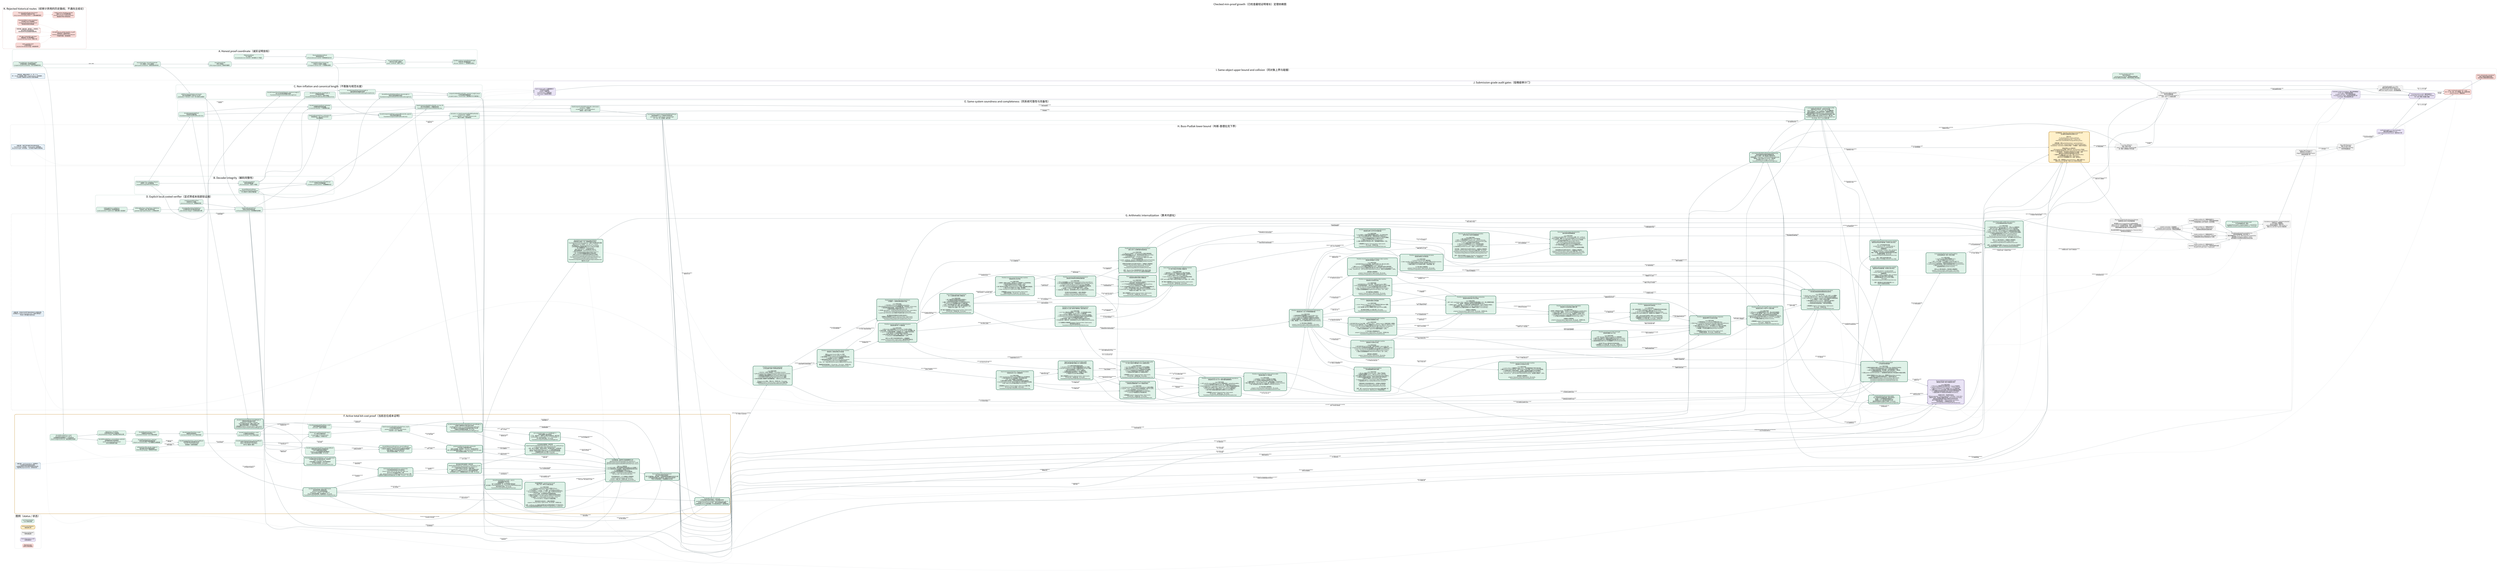
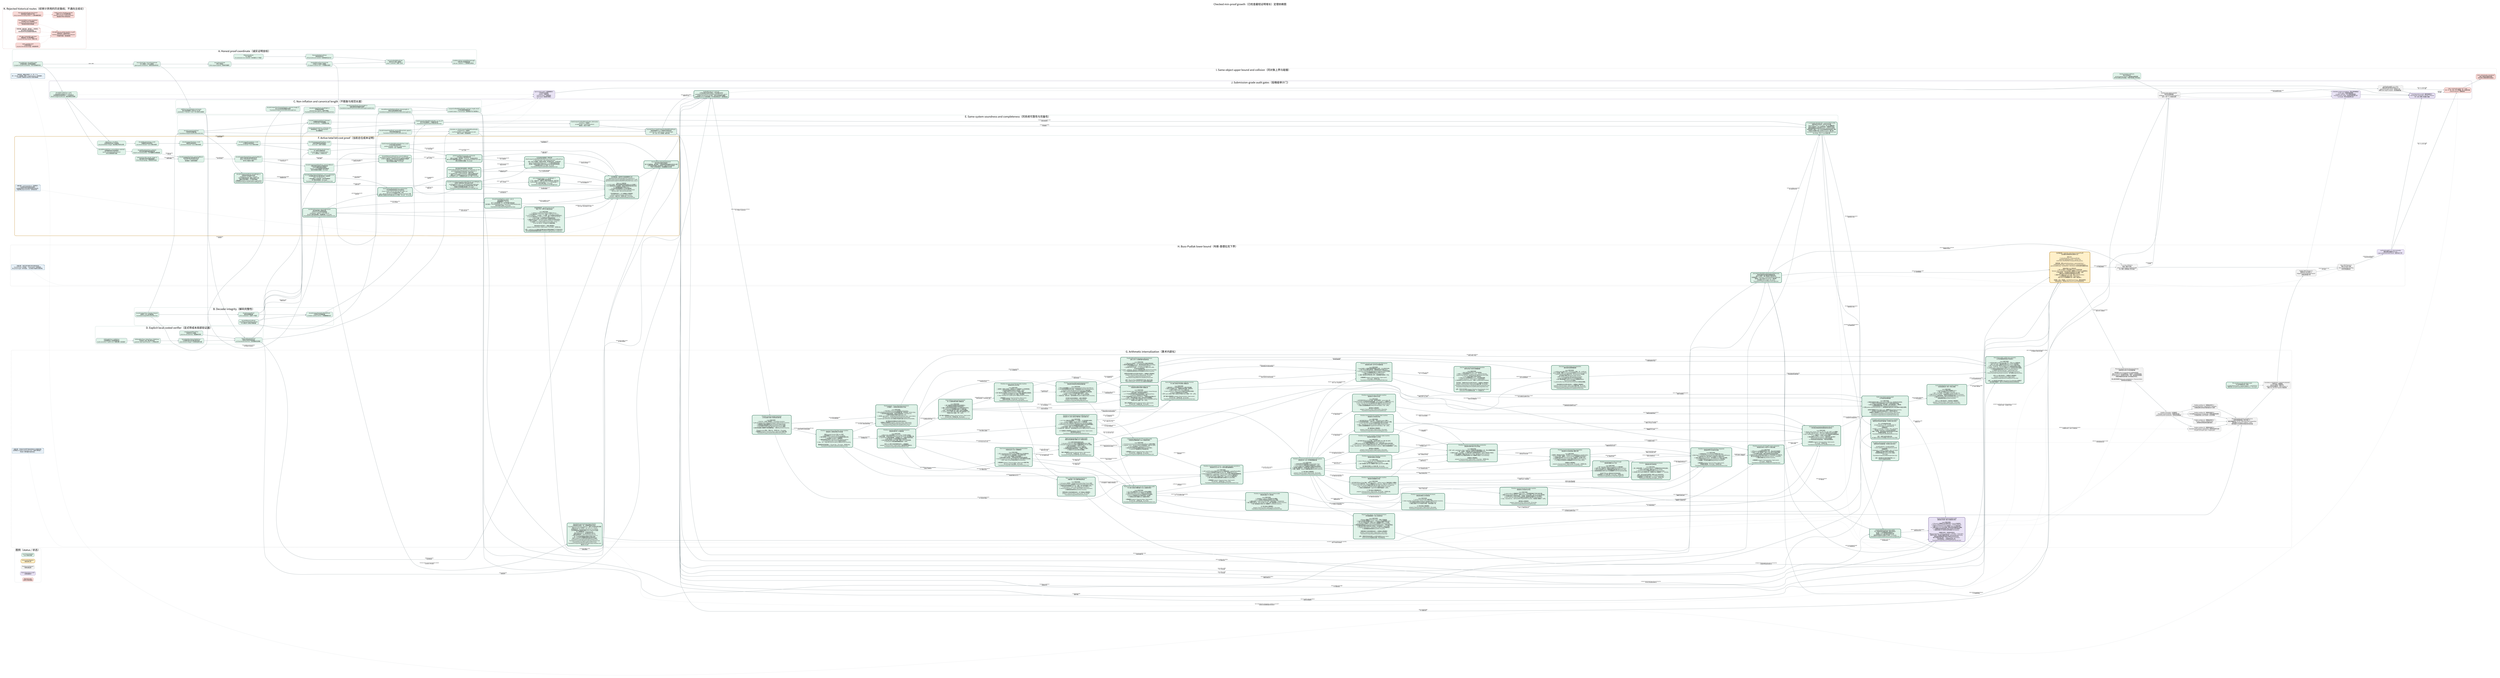
digraph CheckedMinProofDependencies {
  graph [
    rankdir=LR,
    bgcolor="white",
    compound=true,
    newrank=true,
    pad="0.35",
    nodesep="0.30",
    ranksep="0.62",
    fontname="Noto Sans CJK SC",
    fontsize=24,
    label="Checked min-proof growth（已检查最短证明增长）定理依赖图",
    labelloc="t",
    labeljust="c"
  ];
  node [
    shape=box,
    style="rounded,filled",
    fontname="Noto Sans CJK SC",
    fontsize=10.5,
    color="#526d75",
    fillcolor="#eef3f4",
    margin="0.14,0.09",
    penwidth=1.2
  ];
  edge [
    fontname="Noto Sans CJK SC",
    fontsize=8.5,
    color="#65777d",
    arrowsize=0.68,
    penwidth=1.05
  ];

  subgraph cluster_legend {
    label="图例（status / 状态）";
    color="#c8d1d4";
    style="rounded";
    done [label="Lean kernel checked\nLean 内核已检查", fillcolor="#dff2e8", color="#3f7c66"];
    active [label="Active proof obligation\n当前证明义务", fillcolor="#fff0c9", color="#b37a12", penwidth=2.2];
    pending [label="Pending root theorem\n待闭合根定理", fillcolor="#f3f3f3", color="#777777", style="rounded,filled,dashed"];
    audit [label="Axiom/dependency audit\n公理/依赖审计", fillcolor="#e9e3f5", color="#76639a"];
    rejected [label="Rejected route\n经审计弃用的路线", fillcolor="#f8d9d6", color="#a8443d", style="rounded,filled,dashed"];
  }

  subgraph cluster_coordinate {
    label="A. Honest proof coordinate（诚实证明坐标）";
    color="#8fb7aa";
    style="rounded";

    natcode [label="binaryNatCode / decodeBinaryNat\n自然数前缀码 / 自然数前缀解码\nescaped-bit prefix serialization（转义位前缀序列化）", fillcolor="#dff2e8"];
    syntaxcode [label="binaryTermCode + binaryFormulaCode\n项二进制码 + 公式二进制码\ntyped syntax serialization（类型化语法序列化）", fillcolor="#dff2e8"];
    sequentcode [label="binarySequentCode\n序列二进制码\nfinite sequent payload（有限序列载荷）", fillcolor="#dff2e8"];
    prooftree [label="CheckedPAProofTree.binaryCode\n已检查 PA 证明树二进制码\n10 sequent-calculus rules（十条相继式规则）", fillcolor="#dff2e8"];
    axiomcert [label="PAAxiomCertificate\nPA 公理证书\n23 constructors incl. induction（含归纳的 23 个构造）", fillcolor="#dff2e8"];
    structcert [label="StructuralValidityCertificate\n结构有效性证书\nall local witnesses counted（全部局部见证计长）", fillcolor="#dff2e8"];
    certifiedcode [label="binaryCertifiedPAProofCode\n带证书 PA 证明二进制码\nproof + certificate（证明 + 证书）", fillcolor="#dff2e8"];
    packedcode [label="packBinaryString / packedPayloadLength\n位串打包 / 有效载荷长度\nNat.size = payload + 1（自然数位长等式）", fillcolor="#dff2e8"];

    natcode -> syntaxcode [label="labels / 标签"];
    syntaxcode -> sequentcode;
    sequentcode -> prooftree;
    axiomcert -> structcert;
    prooftree -> certifiedcode;
    structcert -> certifiedcode;
    certifiedcode -> packedcode;
  }

  subgraph cluster_decoder {
    label="B. Decoder integrity（解码完整性）";
    color="#8fb7aa";
    style="rounded";

    typeddecoder [label="decodeCompactTerm / Formula / Sequent\n紧凑项 / 公式 / 序列解码器\nFoundationCompactPAProofVerifier.lean", fillcolor="#dff2e8"];
    proofdecoder [label="decodeCompactProof\n紧凑证明树解码器\nall 10 constructors（全部十个构造）", fillcolor="#dff2e8"];
    certdecoder [label="decodePAAxiomCertificate\ndecodeStructuralValidityCertificate\nPA 公理证书 / 结构证书解码器", fillcolor="#dff2e8"];
    packeddecoder [label="decodeCompactPackedCertifiedPAProof\n打包带证书证明解码器\nno hidden auxiliary witness（无隐藏辅助见证）", fillcolor="#dff2e8"];

    typeddecoder -> proofdecoder;
    certdecoder -> packeddecoder;
    proofdecoder -> packeddecoder;
  }

  subgraph cluster_size {
    label="C. Non-inflation and canonical length（不膨胀与规范长度）";
    color="#8fb7aa";
    style="rounded";

    structural [label="decodeCompactProof_parseWeight_le\n证明解码结构量界\nstructural non-inflation（结构不膨胀）\nFoundationCompactProofDecoderStructuralBound.lean", fillcolor="#dff2e8"];
    syntaxcanonical [label="decodeCompactTerm/Formula/Sequent_canonical_length_le\n项/公式/序列规范重编码长度界\nFoundationCompactCanonicalDecodeLength.lean", fillcolor="#dff2e8"];
    proofcanonical [label="decodeCompactProof_binaryLength_le\n完整证明树规范重编码长度界\nFoundationCompactProofCanonicalDecodeLengthComplete.lean", fillcolor="#dff2e8"];
    certcanonical [label="decodeStructuralValidityCertificate_binaryLength_le\n结构证书规范重编码长度界\nFoundationCompactCertificateCanonicalDecodeLength.lean", fillcolor="#dff2e8"];
    totalcanonical [label="compactCertifiedPAProofVerifier_canonical_length_bound\n公开验证器规范载荷总界\naccepted output <= honest input（接受输出不长于诚实输入）", fillcolor="#dff2e8"];
    transformsize [label="shift/free/neg/substitution size bounds\n移位/自由变量嵌入/否定/代入大小界\nsubstitution <= formula × term（代入至多公式乘项）", fillcolor="#dff2e8"];

    typeddecoder -> syntaxcanonical;
    proofdecoder -> structural;
    syntaxcanonical -> proofcanonical;
    certdecoder -> certcanonical;
    proofcanonical -> totalcanonical;
    certcanonical -> totalcanonical;
    syntaxcode -> transformsize;
  }

  subgraph cluster_explicit_local {
    label="D. Explicit local costed verifier（显式带成本局部验证器）";
    color="#8fb7aa";
    style="rounded";

    biteq [label="bitStringEqTrace / natEqTrace\n位串相等轨迹 / 自然数相等轨迹\nresult correctness + explicit cost（结果正确 + 显式成本）", fillcolor="#dff2e8"];
    bitset [label="bitStringMemTrace / SubsetTrace / SetEqTrace\n位串成员 / 包含 / 集合等价轨迹\nquadratic-style explicit bounds（二次型显式界）", fillcolor="#dff2e8"];
    formulalist [label="formulaEq/Mem/Subset/SetEqTrace\n公式相等/成员/包含/集合等价轨迹\ncode emission charged（公式码生成已计费）", fillcolor="#dff2e8"];
    listedtree [label="ListedCheckedPAProofTree\n列表序列 PA 证明树\npreserves decoded lists（保留解码列表）", fillcolor="#dff2e8"];
    listedcert [label="listedCertificateValidTrace\n列表证书有效性成本轨迹\nno Finset decide black box（无有限集判定黑箱）", fillcolor="#dff2e8"];

    biteq -> bitset;
    bitset -> formulalist;
    listedtree -> listedcert;
    formulalist -> listedcert;
    transformsize -> listedcert [label="local transforms\n局部变换"];
  }

  subgraph cluster_same_system {
    label="E. Same-system soundness and completeness（同系统可靠性与完备性）";
    color="#8fb7aa";
    style="rounded";

    listdecoder [label="decodeCompactListedProof\n列表保持证明解码器\nFoundationCompactListedProofDecoder.lean", fillcolor="#dff2e8"];
    projection [label="decodeCompactListedProof_toChecked\n列表解码投影到原检查器\n10-rule fuel induction（十规则燃料归纳）", fillcolor="#dff2e8"];
    localiff [label="listedCertificateValidTrace_toChecked_iff\n新局部轨迹 <-> 原 certificateValid\n语义精确等价", fillcolor="#dff2e8"];
    publiciff [label="listedCompactCertifiedPAProofVerifier_eq_true_iff\n新公开验证器接受 <-> 精确检查关系\nFoundationCompactListedCertifiedVerifier.lean", fillcolor="#dff2e8"];
    soundness [label="listedCompactCertifiedPAProofVerifier_toDerivation\nsoundness（可靠性）\naccepted code -> real PA Derivation2\n接受码 -> 真实 PA 推导", fillcolor="#dff2e8"];
    listencoder [label="decodeCompactListedProof_canonicalBinaryCode_append\n列表证明规范编码往返\nFoundationCompactListedProofEncoder.lean", fillcolor="#dff2e8"];
    completeness [label="derivation_to_listedCompactCertifiedPAProofVerifier\ncompleteness（完备性）\nreal PA derivation -> accepted canonical code\n真实 PA 推导 -> 规范接受码", fillcolor="#dff2e8"];
    predicate [label="Concrete P(x,y) / ListedCompactCertifiedPAProofChecks\n具体证明谓词 P(x,y) / 列表带证书检查关系\nsame formula + same checker + honest length\n同一公式 + 同一检查器 + 诚实长度", fillcolor="#dff2e8", penwidth=2.0];
    minmeasure [
      label="minListedCertifiedPAProofPayloadLength(formula)\n具体检查器诱导的最短完整载荷长度\n真实 PA 推导 -> 最小值由某个接受码实现\n任意接受码 -> minimum <= packedPayloadLength(code)\n接受码 -> 同公式真实 Derivation2（推导树）\n无项目级 proof_length；无 sorryAx\nFoundationCompactListedMinProofLength.lean",
      fillcolor="#dff2e8", color="#2f6f57", penwidth=2.8
    ];
    canonicalnormalize [
      label="P_canon(code, formulaCode) + canonical Bool verifier\n纯数值规范证明关系 + 规范布尔验证器\nBool verifier = true <-> P_canon，由 Lean 精确证明\n任意公开接受码 -> 同公式码规范码，完整载荷不增长\n最短完整载荷必由真实规范 proof + certificate 码实现\n全体码有限一致性 <-> 同 cutoff 的纯数值规范码有限一致性\n非规范/冗余编码不能人为压低 minimum（最小值）\nFoundationCompactListedCanonicalNormalization.lean\n无 sorryAx；仅三个 Lean 标准公理",
      fillcolor="#dff2e8", color="#2f6f57", penwidth=2.8
    ];

    typeddecoder -> listdecoder;
    listdecoder -> projection;
    proofdecoder -> projection;
    listedcert -> localiff;
    projection -> publiciff;
    localiff -> publiciff;
    packeddecoder -> publiciff;
    publiciff -> soundness;
    prooftree -> listencoder;
    listdecoder -> listencoder;
    listencoder -> completeness;
    listedcert -> completeness;
    soundness -> predicate;
    completeness -> predicate;
    predicate -> minmeasure [label="minimum over accepted codes\n对接受码取最小值"];
    completeness -> minmeasure [label="nonempty accepted set\n接受集合非空"];
    publiciff -> canonicalnormalize [label="decode every accepted code\n解码任意接受码"];
    listencoder -> canonicalnormalize [label="canonical re-encoding\n规范重编码"];
    totalcanonical -> canonicalnormalize [label="no payload growth\n载荷不增长"];
    minmeasure -> canonicalnormalize [label="minimum realized canonically\n最小值由规范码实现"];
  }

  subgraph cluster_cost_active {
    label="F. Active total bit-cost proof（当前总位成本证明）";
    color="#c18a27";
    style="rounded,bold";

    nattrace [label="decodeBinaryNatTrace_result\ndecodeBinaryNatTrace_cost_le\n自然数解码轨迹结果等价 + 二次位成本界\nNat.bit charged by Nat.size（按自然数位长收费）", fillcolor="#dff2e8", color="#3f7c66"];
    tracebind [label="OptionTrace + traceBind\n可选结果成本轨迹 + 轨迹绑定\nevery bind/failure charged（每次绑定/失败均计费）", fillcolor="#dff2e8", color="#3f7c66"];
    vectortrace [label="decodeManyVectorTrace_result\n向量解码轨迹结果等价\nLean kernel checked（Lean 内核已检查）", fillcolor="#dff2e8", color="#3f7c66"];
    termtrace [label="decodeCompactTermTrace_result\n项解码轨迹结果等价\nLean kernel checked（Lean 内核已检查）", fillcolor="#dff2e8", color="#3f7c66"];
    formulatrace [label="decodeCompactFormulaTrace_result\n公式解码轨迹结果等价\nLean kernel checked（Lean 内核已检查）", fillcolor="#dff2e8", color="#3f7c66"];
    prooftrace [label="decodeCompactListedProofTrace_result\n列表证明解码轨迹结果等价\nall 10 rules（全部十条规则）", fillcolor="#dff2e8", color="#3f7c66"];
    certtrace [label="PA/structural certificate decoder traces\nPA / 结构证书解码轨迹\n23 axiom tags + 4 recursive nodes\n23 个公理标签 + 4 种递归节点", fillcolor="#dff2e8", color="#3f7c66"];
    publictrace [label="listedCompactCertifiedPAProofVerifierTrace_result\n公开验证器轨迹结果等价\npacked envelope + formula + local checks\n打包外壳 + 公式 + 局部检查", fillcolor="#dff2e8", color="#3f7c66"];
    natpotential [label="decodeBinaryNatTrace_success/failure_potential\n自然数解码成功/失败势能界\nquartic consumed-prefix invariant\n四次已消费前缀不变量", fillcolor="#dff2e8", color="#3f7c66"];
    vectorpotential [label="decodeManyVectorTrace_potential\n任意长度向量解码摊还势能定理\ndisjoint consumed prefixes（互不重叠的已消费前缀）", fillcolor="#dff2e8", color="#3f7c66"];
    symbolcharge [label="arithmeticFunc/Rel_decode_charge_le\n算术函数/关系符号解码收费界\nfinite ORing language（有限有序环语言）", fillcolor="#dff2e8", color="#3f7c66"];
    termpotential [label="decodeCompactTermTrace_parserCostBound\n紧凑项解码器全路径摊还成本界\nsuccess + every failure path\n成功路径 + 全部失败路径", fillcolor="#dff2e8", color="#3f7c66"];
    formulapotential [label="decodeCompactFormulaTrace_parserCostBound\n紧凑公式解码器全路径摊还成本界\natoms / connectives / quantifiers\n原子式 / 联结词 / 量词", fillcolor="#dff2e8", color="#3f7c66"];
    proofpotential [
      label="decodeCompactListedProofTrace_parserCostBound\n列表证明树全路径四次势能成本界\n十条 PA 相继式规则全部通过\nand/cut 二叉子证明势能已望远镜相消\n成功/失败路径全覆盖；无 sorryAx",
      fillcolor="#dff2e8", color="#3f7c66"
    ];
    certpotential [
      label="decodePAAxiomCertificateTrace_parserCostBound\ndecodeStructuralValidityCertificateTrace_parserCostBound\n23 种 PA 公理标签 + 4 种递归证书节点全路径四次势能界\n归纳公理体和二元证书树已摊还闭合\n成功/失败路径全覆盖；无 sorryAx",
      fillcolor="#dff2e8", color="#3f7c66", penwidth=2.2
    ];
    packedcost [
      label="packed proof/formula decoder cost bounds\n打包证明/公式解码器成本界\n证明+证书串联、末位哨兵、dropLast、空后缀全部闭合\n两个公开打包解码器均不超过 2 × decoderPotential(Nat.size code)\n成功/失败路径全覆盖；无 sorryAx",
      fillcolor="#dff2e8", color="#2f6f57", penwidth=2.8
    ];
    transformcode [
      label="transformation binary-code length bounds\n语法变换完整二进制码长界\nshift/free/neg 均至多线性膨胀\nsubstitution：|phi[t]| <= 3(F+1)(W+1)F\n含 qpow 量词深度预算；无隐藏参数；无 sorryAx\nFoundationCompactSyntaxTransformationCodeBounds.lean",
      fillcolor="#dff2e8", color="#2f6f57", penwidth=2.8
    ];
    negtrace [
      label="binaryFormulaNegTrace_result / _cost_le\n否定变换真实递归轨迹\n结果精确等于 ∼formula\n每个公式构造收费一步；原子项向量不重复遍历\n执行成本 <= formulaSymbolCount <= |binaryFormulaCode(formula)|\n单文件探针已通过；无 sorryAx\nFoundationCompactSyntaxNegationTrace.lean",
      fillcolor="#dff2e8", color="#2f6f57", penwidth=2.8
    ];
    axmjoint [
      label="axm comparator input <= 2 * jointWeight + 1\n公理比较器输入联合坐标界\n上下文、候选句子、完整 PA 公理证书均落在同一诚实位权\ncertificateBits + sentenceBits + 1 <= 2 * jointWeight + 1\n四个坐标引理已通过；无 sorryAx\nFoundationCompactListedAxiomJointWeight.lean",
      fillcolor="#dff2e8", color="#2f6f57", penwidth=2.8
    ];
    honestproof [
      label="decodeCompactListedProof_honestWeight_le\n列表保持证明树诚实位权界\nweight(tree) + 8|suffix| <= 8|input|\n十条 PA 规则全部闭合；重复公式逐个计费\n覆盖任意成功解码，不只是规范编码\n公理画像仅 propext / Classical.choice / Quot.sound\nFoundationCompactListedProofHonestWeight.lean",
      fillcolor="#dff2e8", color="#2f6f57", penwidth=2.8
    ];
    honestcert [
      label="decodeCompactPackedListedCertifiedPAProof_honestWeight_le\n证明树+完整结构证书联合诚实位权界\njointWeight(tree,cert) <= 8 * packedPayloadLength(code)\nPA 公理证书 23 标签及递归证书全部由实际输入位计费\n无辅助见证和隐藏长度参数；无 sorryAx\nFoundationCompactListedCertifiedHonestWeight.lean",
      fillcolor="#dff2e8", color="#2f6f57", penwidth=2.8
    ];
    localprimitives [
      label="formulaEq/Mem/Subset/SetEqTrace_cost_le_polynomial\n公式相等/成员/包含/集合等价统一位成本界\nP(w) = 4 + 2(w+3)^2 + w\nw 是全部输入公式码位权，包含列表重复项\n四个端点全部通过；无 sorryAx\nFoundationCompactListedLocalCostPrimitives.lean",
      fillcolor="#dff2e8", color="#2f6f57", penwidth=2.8
    ];
    localbranches9 [
      label="10/10 listedCertificateValidTrace cost branches\n十条证明规则局部成本分支全部闭合\nclosed / verum / and / or / all / exs / wk / shift / cut：\n由 P(G(w)) 及生成语法界统一计费\naxm：由 A(w)=K*(2w+1)^12 的真实 guarded comparator 计费\n最终每节点固定多项式包络已由 Lean 检查；无 haxm、无 sorryAx",
      fillcolor="#dff2e8", color="#2f6f57", penwidth=2.8
    ];
    localinduction [
      label="联合坐标内部归纳骨架 + 具体实例\nlistedCertificateValidTrace_jointCost_le_polynomial_of_axm\nguardedListedCertificateValidTrace_jointCost_le\n十规则证明树/证书同步统一归纳已通过\nb = proofWeight + certificateWeight（证明+证书联合位权）\n抽象 haxm 已由真实 guarded axm 成本定理具体消除\n公开实例无 haxm；公理画像仅标准 Lean 公理；无 sorryAx",
      fillcolor="#dff2e8", color="#2f6f57", penwidth=2.8
    ];
    publicskeleton [
      label="公开总成本内部骨架 + 具体实例\nlistedCompactCertifiedPAProofVerifierTrace_cost_le_of_certificateTrace\ns = Nat.size(code) + Nat.size(formulaCode)\n合并：两个打包解码、局部证书检查、结论集合比较、公式码比较\nQ(s)=4*decoderPotential(s)+L(s)+1，L(s) 是显式固定多项式\n原先唯一内部证书成本义务现已由 guarded 联合成本定理消除\n公理画像仅标准 Lean 公理；无 sorryAx\nFoundationCompactListedPublicCostSkeleton.lean",
      fillcolor="#dff2e8", color="#2f6f57", penwidth=2.8
    ];
    publiccost [
      label="【主终端完成：具体带守卫检查器最终汇合】\nguardedListedCertificateValidTrace_jointCost_le\nguardedListedCompactCertifiedPAProofVerifierTrace_result\nguardedListedCompactCertifiedPAProofVerifierTrace_cost_le\n\n已由 Lean 内核检查：\n1. axm 的 23 标签、接受/拒绝路径和候选长度 guard 全部统一；\n2. axm 局部成本进入与证明树、结构证书相同的诚实联合位权；\n3. 十规则整树成本不再带 haxm；\n4. 公开轨迹结果精确等于公开验证器结果；\n5. 总位成本 <= listedPublicVerifierCostPolynomial(\n   Nat.size code + Nat.size formulaCode)。\n\n定向构建退出码 0；五个关键端点公理画像仅\npropext / Classical.choice / Quot.sound。\n无 haxm、无输入包、无项目公设、无 sorryAx。\nFoundationCompactListedGuardedAxiomCost.lean",
      fillcolor="#dff2e8", color="#2f6f57", penwidth=2.8
    ];
    amortized [label="Success/failure total potential bound\n成功/失败全路径总势能界\n两个打包解码器、语法变换、十规则局部检查和最终比较均已计费\n公开轨迹的所有输入对均满足同一固定多项式位成本界\n不是只分析接受路径；无隐藏辅助见证长度", fillcolor="#dff2e8", color="#2f6f57", style="rounded,filled", penwidth=2.8];
    costnote [shape=note, label="关键注释：result equivalence（结果等价）\n只证明轨迹没有改掉验证结果；\n必须再证明成功/失败全路径的固定多项式界，\n才能声称 polynomial time（多项式时间）。", fillcolor="#e8f1f8", color="#4e7892"];
    transformtrace [label="【共享终端完成：guarded axiom trace】\n移位 / 代入 / 带守卫公理比较轨迹\n\nLean 内核已检查：\n1. shift/free/substitution/list/fixitr 的真实 QTrace；\n2. fixitr 输出码长 <= 4*(L+1)^2；成本 <= 128*(m+L+1)^2*L；\n3. succInd 四次代入、三次否定、三个析取、两个全称量词全部真实执行；\n4. succInd 输出码长 <= 10^7*(L+1)^4；成本 <= 10^11*(L+1)^12；\n5. guard 完备：合法相等候选不会被提前拒绝；\n6. 接受分支 fixitr/allClosure/formulaEq 与拒绝分支总成本均闭合；\n7. 全部 23 标签统一：true iff certificate.sentence = candidate；\n8. 总成本 <= K*(certificateBits+sentenceBits+1)^12，\n   K=10^30+(3B+4)，B 为显式 26 句固定预算。\n\n两条验收命令退出码 0；关键公理画像仅\npropext / Classical.choice / Quot.sound；无 sorryAx、无项目公设。\n\n边界：certificate-only 直接生成完整归纳句在稀疏变量编号下不可能多项式；\n本节点完成的是保持接受关系的 candidate-length guarded comparator。", fillcolor="#dff2e8", color="#2f6f57", style="rounded,filled", penwidth=2.8];
    polytime [label="VerifierBitCost(x,y) <= p(|x|+|y|)\n公开验证器总位成本不超过一个显式固定多项式\nguardedListedCompactCertifiedPAProofVerifierTrace_cost_le\n对全部 code/formulaCode 成立，成功与失败路径均覆盖\n这里是项目 QTrace 位成本模型；PA 内短证明仍由下一簇单独完成", fillcolor="#dff2e8", color="#2f6f57", style="rounded,filled", penwidth=2.8];

    natcode -> nattrace;
    nattrace -> tracebind;
    tracebind -> vectortrace;
    vectortrace -> termtrace;
    termtrace -> formulatrace;
    formulatrace -> prooftrace;
    certdecoder -> certtrace;
    formulatrace -> certtrace;
    prooftrace -> publictrace;
    certtrace -> publictrace;
    publictrace -> amortized [label="exact behavior first\n先固定精确行为"];
    nattrace -> natpotential;
    natpotential -> vectorpotential;
    vectorpotential -> termpotential [label="argument vectors\n参数向量"];
    symbolcharge -> termpotential [label="finite symbol decoding\n有限符号解码"];
    termpotential -> formulapotential [label="terms inside atoms\n原子式中的项"];
    formulapotential -> proofpotential [label="formulas inside sequents\n序列中的公式"];
    proofpotential -> certpotential [label="proof/certificate alignment\n证明树/证书树对齐"];
    formulapotential -> certpotential [label="induction body\n归纳公理体"];
    certpotential -> packedcost [label="proof + certificate stream\n证明 + 证书串"];
    publictrace -> packedcost [label="same executable result\n同一可执行结果"];
    packedcost -> publiccost [label="decoded objects\n已解码对象"];
    transformsize -> transformcode [label="from symbol count to full bits\n从符号数提升到完整位长"];
    transformcode -> negtrace [label="input bit-length control\n输入位长控制"];
    negtrace -> publiccost [label="closed/cut negation charge\n闭合/切规则否定计费"];
    transformcode -> publiccost [label="generated-code bounds\n生成公式码长界"];
    listdecoder -> honestproof [label="all successful parses\n全部成功解码"];
    honestproof -> honestcert [label="proof-tree charge\n证明树计费"];
    certcanonical -> honestcert [label="full certificate bits\n完整证书位"];
    honestcert -> publiccost [label="joint decoded-data bound\n联合解码数据界"];
    honestcert -> axmjoint [label="proof + certificate coordinate\n证明 + 证书坐标"];
    axmjoint -> publiccost [label="guarded comparator input bound\n带守卫比较器输入界"];
    listedcert -> localprimitives [label="exact trace costs\n精确轨迹成本"];
    honestproof -> localprimitives [label="duplicate-preserving weights\n保留重复项位权"];
    localprimitives -> publiccost [label="uniform quadratic bound\n统一二次界"];
    localprimitives -> localbranches9 [label="per-rule instantiation\n逐规则实例化"];
    transformcode -> localbranches9 [label="generated syntax bounds\n生成语法界"];
    localbranches9 -> publiccost [label="nine checked branches\n九条已检查分支"];
    localbranches9 -> localinduction [label="structural aggregation\n结构汇总"];
    localinduction -> publiccost [label="haxm concretely discharged\nhaxm 已由具体定理消除"];
    localinduction -> publicskeleton [label="local certificate polynomial\n局部证书多项式"];
    packedcost -> publicskeleton [label="two packed decoder bounds\n两个打包解码界"];
    honestcert -> publicskeleton [label="decoded joint weight\n解码联合位权"];
    publicskeleton -> publiccost [label="concrete discharge checked\n具体消义务已检查"];
    listedcert -> publiccost [label="explicit local checks\n显式局部检查"];
    publiccost -> amortized;
    totalcanonical -> amortized [label="consumed-length control\n消费长度控制"];
    costnote -> amortized [style=dotted, arrowhead=none, constraint=false];
    transformcode -> transformtrace;
    transformtrace -> publiccost [label="guarded axm + shift/free/substitution costs\n带守卫公理 + 移位/自由化/代入成本"];
    amortized -> polytime;
    transformtrace -> polytime;
    totalcanonical -> polytime [label="input/output length control\n输入输出长度控制"];
    listedcert -> polytime [label="local cost bounds\n局部成本界"];
    predicate -> polytime [label="exact executable relation\n精确可执行关系"];
  }

  subgraph cluster_internalization {
    label="G. Arithmetic internalization（算术内部化）";
    color="#9a9a9a";
    style="rounded,dashed";

    listedconmeta [label="ListedCertifiedFiniteConsistencyAt(k)\n同一列表保持验证器的有限一致性元层语义\n无长度 <= k 的完整载荷码被接受为 ⊥\n普通及 2^(A*n) 放大版本无条件为真\n接受反向恢复同公式真实 PA 推导；无 sorryAx\nFoundationCompactListedFiniteConsistencyTarget.lean", fillcolor="#dff2e8", color="#2f6f57", penwidth=2.8];
    arithinput [label="Primitive-recursive packed input layer\n公开验证器打包输入的原始递归算术层\n\nLean 内核已检查：\n1. Nat.bits（小端二进制展开）为 primitive recursive；\n2. getLast?/dropLast 与 sentinel payload peel 均为 primitive recursive；\n3. 剥离成功 iff 输入精确等于 packBinaryString(payload)；\n4. 新剥离器结果精确等于现有 packedPayloadTrace 结果；\n5. decodeBinaryNat 已由 right-fold state machine 重建；\n6. 新状态机逐输入精确等于原前缀解码器，二者均为 primitive recursive。\n\n无 typed syntax 假设、无输入包、无项目公设、无 sorryAx；\n公理画像仅 propext / Classical.choice / Quot.sound 或其子集。\nFoundationCompactListedVerifierArithmeticInput.lean", fillcolor="#dff2e8", color="#2f6f57", penwidth=2.8];
    tokenstream [label="Primitive-recursive binary-Nat token stream machine\n原始递归二进制自然数记号流机器\n\n具体 bounded iterator 已由 Lean 检查：\n1. 状态明确区分 running / failed / accepted；\n2. 每步调用同一个 decodeBinaryNat 并保留真实剩余位串；\n3. 总步数由 inputBits+1 明确限制；\n4. 最终结果逐位串等于 repeated-prefix reference parser；\n5. binaryNatCode token stream 的规范往返成立；\n6. step、run、output 和 reference parser 全部 primitive recursive。\n\n覆盖畸形和非规范输入；无 rawCode、无 sorryAx、无项目公设。\nFoundationCompactBinaryNatStreamMachine.lean", fillcolor="#dff2e8", color="#2f6f57", penwidth=2.8];
    bitsync [label="Exact noncanonical bit/token stream synchronization\n非规范位流与 token 流精确同步\n\nLean 内核已检查：\n1. 定义 repeated decodeBinaryNat 的精确 token/位后缀关系；\n2. 关系可按任意 token 前后缀唯一切分并重新合成；\n3. 同一 token 前缀留下的位后缀唯一；\n4. 规范位编码只是特例，不把非规范高位零误判为规范码；\n5. bounded stream decoder 成功 iff 全部 token 恰好消费至空位后缀；\n6. 每个 token-list split 都对应真实 bit boundary。\n\n公理画像仅 propext / Classical.choice / Quot.sound 或其子集；\n无 canonical-input 假设、无 sorryAx。\nFoundationCompactBinaryNatStreamSynchronization.lean", fillcolor="#dff2e8", color="#2f6f57", penwidth=2.8];
    syntaxparser [label="Primitive-recursive arithmetic term/formula parser\n原始递归算术项 / 公式解析器\n\nLean 内核已检查：\n1. 纯 Nat token 状态机覆盖 bvar/fvar/func 与全部公式构造；\n2. 有序环函数、关系符号码与 typed decoder 的 decode₂ 条件精确一致；\n3. repeat frame 逐项处理参数，不按稀疏 arity 一次展开巨型任务表；\n4. 每个真实项 / 公式都有精确执行步数定理；\n5. 执行步数不超过真实 token 长度，固定二次 fuel 必然足够；\n6. 公开 parser 对规范编码精确返回同一 suffix。\n\n定向 Lean 探针与目标构建退出码 0；公理画像仅\npropext / Classical.choice / Quot.sound；静态禁用项扫描为空。\nFoundationCompactSyntaxTokenMachine.lean", fillcolor="#dff2e8", color="#2f6f57", penwidth=2.8];
    syntaxinversion [label="Exact arbitrary-input syntax inversion\n项 / 公式解析器任意输入精确反演\n\nLean 内核已检查：\n1. 每个纯数值任务栈都有类型化前缀语义；\n2. 每次数值状态转换反向保持该语义；\n3. 函数 / 关系符号有效码恢复同 arity 的真实有序环符号；\n4. repeat frame 恢复精确长度的 Fin 参数向量；\n5. 成功、失败及畸形输入统一由同一后向不变量覆盖；\n6. numeric parser 返回 suffix iff 输入等于某真实项 / 公式\n   的规范 token 前缀 ++ 同一 suffix。\n\n两个端点公理画像仅 propext / Classical.choice / Quot.sound；\n无 rawCode、无项目公设、无 sorryAx。\nFoundationCompactSyntaxTokenMachineInversion.lean", fillcolor="#dff2e8", color="#2f6f57", penwidth=2.8];
    syntaxbitsync [label="Typed syntax decoder iff exact token prefix\n类型化语法解码器与精确 token 前缀双向等价\n\nLean 内核已检查任意成功位串：\n1. decodeCompactTerm 成功 iff 精确消费该项 token 前缀；\n2. decodeCompactFormula 成功 iff 精确消费该公式 token 前缀；\n3. 两方向均保留同一个真实 bit suffix；\n4. 函数/关系符号代码由 decode₂ 精确恢复；\n5. 任意有限参数向量逐项同步，不隐藏 arity 展开；\n6. 非规范 binaryNat 表示完全覆盖。\n\n端点公理画像仅 propext / Classical.choice / Quot.sound；\n无 rawCode、无项目公设、无 sorryAx。\nFoundationCompactSyntaxBitTokenSynchronization.lean", fillcolor="#dff2e8", color="#2f6f57", penwidth=2.8];
    closedformula [label="Primitive-recursive closed-formula token machine\n原始递归闭公式记号机\n\nLean 内核已检查：\n1. 复用同一紧凑公式语法，但所有 term 位置遇到 fvar 标签即拒绝；\n2. 每次成功恢复真实类型化公式及同一 suffix；\n3. 恢复公式的 freeVariables 严格等于空集；\n4. 每个真实闭公式及每个 ArithmeticSentence 的嵌入规范编码必被接受；\n5. 成功 iff 闭公式规范 token 前缀，双向精确；\n6. step / bounded run / public parser 全部 primitive recursive。\n\n公理画像仅 propext / Classical.choice / Quot.sound；\n无额外闭性参数、无 rawCode、无 sorryAx。\nFoundationCompactClosedFormulaTokenMachine.lean", fillcolor="#dff2e8", color="#2f6f57", penwidth=2.8];
    proofparser [label="Primitive-recursive listed-proof structural parser\n原始递归列表保持证明树结构解析器\n\nLean 内核已检查：\n1. 纯 Nat 任务栈覆盖 closed/axm/verum/and/or/all/exs/wk/shift/cut；\n2. axm 标签现调用独立闭公式机，不再把普通 proposition 当 sentence；\n3. sequent cardinality 由 repeat-formula frame 逐项消费；\n4. 每个真实 ListedCheckedPAProofTree 都有精确执行步数定理；\n5. and/cut 左右子证明按编码顺序消费同一 suffix；\n6. 总步数 <= 2*tokenLength，固定二次 fuel 必然足够；\n7. 十标签分派、闭句分支、总状态机和公开 parser 全部 primitive recursive。\n\n定向探针及目标构建通过；关键公理画像仅\npropext / Classical.choice / Quot.sound。\nFoundationCompactProofTokenMachine.lean", fillcolor="#dff2e8", color="#2f6f57", penwidth=2.8];
    proofinversion [label="Exact arbitrary-input listed-proof inversion\n列表保持证明树任意输入精确反演\n\nLean 内核已检查：\n1. proof / formula / term / repeat-formula / sequent / closed-formula\n   六类任务统一具有类型化前缀语义；\n2. 十个节点标签的每条反向分支均恢复同一 typed proof tree；\n3. and/cut 严格恢复左右子树次序；\n4. axm 分支恢复真实 ArithmeticSentence，不接受含自由变量公式；\n5. 成功、失败及畸形输入由同一后向状态不变量覆盖；\n6. proof token parser 成功 iff 输入为某真实 ListedCheckedPAProofTree\n   的规范 token 前缀 ++ 同一 suffix。\n\n端点公理画像仅 propext / Classical.choice / Quot.sound；\n无 rawCode、无项目公设、无 sorryAx。\nFoundationCompactProofTokenMachineInversion.lean", fillcolor="#dff2e8", color="#2f6f57", penwidth=2.8];
    certparser [label="Primitive-recursive PA/structural certificate parsers\n原始递归 PA 公理 / 结构证书解析器（规范完备方向）\n\nLean 内核已检查：\n1. 23 个 PA 公理标签全部覆盖；0..21 固定，3/4 校验函数/关系码；\n2. tag 22 调用同一 binder-arity-1 公式解析器；\n3. 新 PA 证书 token 编码逐证书等于旧 binary code 的 Nat 前缀流；\n4. leaf/axiomCert/unary/binary 四类结构证书由显式任务栈递归解析；\n5. binary 左右子证书按编码顺序消费同一 suffix；\n6. 线性步数界、固定二次 fuel 和两个规范往返端点均已闭合；\n7. PA 标签分派、结构节点、总状态机和公开 parser 全部 primitive recursive。\n\n七个关键端点公理画像仅 propext / Classical.choice / Quot.sound；\n静态禁用项扫描为空。\nFoundationCompactCertificateTokenMachine.lean", fillcolor="#dff2e8", color="#2f6f57", penwidth=2.8];
    certinversion [label="Exact arbitrary-input PA/structural certificate inversion\nPA 公理 / 结构证书任意输入精确反演\n\nLean 内核已检查：\n1. 固定标签 0..21 逐项恢复对应 PA 公理证书构造器；\n2. 标签 3/4 恢复同 arity、同编码的真实函数 / 关系符号；\n3. 标签 22 恢复 binder-arity-1 归纳公式；\n4. leaf / axiomCert / unary / binary 四类节点全部反向恢复；\n5. binary 严格恢复左右子证书顺序；\n6. 两个 parser 成功 iff 输入为真实证书规范 token 前缀 ++ 同一 suffix。\n\n两个端点公理画像仅 propext / Classical.choice / Quot.sound；\n无 rawCode、无项目公设、无 sorryAx。\nFoundationCompactCertificateTokenMachineInversion.lean", fillcolor="#dff2e8", color="#2f6f57", penwidth=2.8];
    proofbitsync [label="Listed proof typed decoder iff exact token prefix\n列表保持证明解码器与 token 前缀双向等价\n\nLean 内核已检查：\n1. closed/axm/verum/and/or/all/exs/wk/shift/cut 十规则全覆盖；\n2. sequent、term、formula 与左右子证明保留同一真实 bit suffix；\n3. axm 分支恢复同一 ArithmeticSentence；\n4. 成功方向与完备方向均覆盖非规范 binaryNat 表示；\n5. and/cut 严格保留左右子树消费次序。\n\n公理画像仅 propext / Classical.choice / Quot.sound；\n无 rawCode、无项目公设、无 sorryAx。\nFoundationCompactProofBitTokenSynchronization.lean", fillcolor="#dff2e8", color="#2f6f57", penwidth=2.8];
    certbitsync [label="PA/structural certificate typed decoder iff exact token prefix\nPA 公理 / 结构证书解码器与 token 前缀双向等价\n\nLean 内核已检查：\n1. 23 个 PA 公理标签及 induction 公式体全部覆盖；\n2. 函数/关系符号由 decode₂ 恢复同 arity 真实符号；\n3. leaf/axiomCert/unary/binary 四类递归证书全覆盖；\n4. binary 严格保留左右证书顺序及同一位后缀；\n5. 任意成功位串与精确 token 前缀双向等价。\n\n公理画像仅 propext / Classical.choice / Quot.sound；\n无 rawCode、无项目公设、无 sorryAx。\nFoundationCompactCertificateBitTokenSynchronization.lean", fillcolor="#dff2e8", color="#2f6f57", penwidth=2.8];
    packedtokensync [label="Primitive-recursive packed stream + exact typed-decoder equivalence\n原始递归打包 token 流 + 类型化解码器精确等价\n\nLean 内核已检查：\n1. 公开 code 的 sentinel 哨兵位与 payload 剥离使用同一 packedPayloadBits；\n2. payload 逐前缀转为完整 Nat token 流，流函数已证 Primrec；\n3. listed proof tokens ++ structural certificate tokens 按公开解码顺序精确拼接；\n4. 证明码 token 流成功 iff 同一 typed proof + certificate 解码成功；\n5. formulaCode token 流成功 iff 同一 typed formula 解码成功；\n6. 两个等价均保留全载荷消费与非规范 binaryNat 表示。\n\n公理画像仅 propext / Classical.choice / Quot.sound；\n无 rawCode、无项目公设、无 sorryAx。\nFoundationCompactListedPackedBitTokenSynchronization.lean", fillcolor="#dff2e8", color="#2f6f57", penwidth=2.8];
    numericvalues [label="Primitive-recursive term/formula/sequent value parsers\n原始递归项 / 公式 / 序列数值值解析器\n\nLean 内核已检查：\n1. 在结构判断同时保留精确 canonical token slice；\n2. term 与 formula 解析返回已消费值及同一 suffix；\n3. sequent 按首 token 的基数逐公式解析并保持原顺序；\n4. 规范输入精确往返；任意成功输入恢复真实 typed syntax；\n5. 单值、重复值、sequent 总解析器全部 primitive recursive。\n\n九个审计端点公理画像仅\npropext / Classical.choice / Quot.sound；无 sorryAx。\nFoundationCompactNumericSyntaxValueParser.lean", fillcolor="#dff2e8", color="#2f6f57", penwidth=2.8];
    numericchecks [label="Primitive-recursive numeric formula-list checks\n原始递归数值公式列表检查\n\nLean 内核已检查：\n1. canonical formula token 编码单射；\n2. token equality / membership / subset / set equality 全部 primitive recursive；\n3. 四个结果在任意规范公式列表上逐点等于 typed trace；\n4. 重复元素按 Finset 外延语义处理，与原检查器一致。\n\n九个审计端点公理画像仅\npropext / Classical.choice / Quot.sound；无 sorryAx。\nFoundationCompactNumericFormulaListChecks.lean", fillcolor="#dff2e8", color="#2f6f57", penwidth=2.8];
    numericconstructors [label="Primitive-recursive direct formula constructors\n原始递归直接公式构造器\n\nLean 内核已检查：\n1. verum / falsum / and / or / all / exs 六种构造全为纯 token 函数；\n2. 六个函数全部 primitive recursive；\n3. 每个规范输入逐 token 精确等于真实 typed formula 编码。\n\n审计端点仅依赖 Lean 标准公理；无 sorryAx。\nFoundationCompactNumericFormulaConstructors.lean", fillcolor="#dff2e8", color="#2f6f57", penwidth=2.8];
    numericnegation [label="Primitive-recursive formula-negation token machine\n原始递归公式否定记号机\n\nLean 内核已检查：\n1. 运行状态只有 Nat 与 Nat 列表，不把 typed syntax 当输入；\n2. term 记号逐项原样复制，八种 formula 标签执行真实 De Morgan 对偶；\n3. term / term-list / formula 的完整任务执行语义均已闭合；\n4. step、bounded run 与公开 transform 全部 primitive recursive；\n5. 规范公式前缀精确返回 negated formula tokens + 同一 suffix。\n\n两个最终端点公理画像仅\npropext / Classical.choice / Quot.sound；无 sorryAx。\nFoundationCompactNumericFormulaNegation.lean", fillcolor="#dff2e8", color="#2f6f57", penwidth=2.8];
    numericshift [label="Primitive-recursive formula-shift token machine\n原始递归公式移位记号机\n\nLean 内核已检查：\n1. 运行状态只有 Nat 与 Nat 列表，逐任务消费同一 parser token 流；\n2. bound variable 与全部结构标签原样保留，free variable [1,i] 精确变为 [1,i+1]；\n3. term / term-list / formula 的完整执行语义逐点等于 Rewriting.shift；\n4. step、bounded run 与公开 transform 全部 primitive recursive；\n5. 规范公式前缀精确返回 shifted formula tokens + 同一 suffix。\n\n最终端点公理画像仅\npropext / Classical.choice / Quot.sound；无 sorryAx。\nFoundationCompactNumericFormulaShift.lean", fillcolor="#dff2e8", color="#2f6f57", penwidth=2.8];
    numericfree [label="Primitive-recursive formula-free token machine\n原始递归公式自由化记号机\n\nLean 内核已检查：\n1. source arity n+1 精确降到 target arity n，任务栈携带量词下真实当前元数；\n2. 最后 bound variable 变为 &0，较早 bound variable 保持，旧 free variable 取后继；\n3. 仅消费长度为 2 的真实变量头，空消费、失败路径及函数头均不会误触发；\n4. term / term-list / formula 沿元数等式的完整语义逐点等于 Rewriting.free；\n5. step、bounded run、公开 transform 均 primitive recursive，规范输入保留同一 suffix。\n\n最终端点公理画像仅\npropext / Classical.choice / Quot.sound；无 sorryAx。\nFoundationCompactNumericFormulaFree.lean", fillcolor="#dff2e8", color="#2f6f57", penwidth=2.8];
    numericsubstitution [label="Primitive-recursive one-variable substitution token machine\n原始递归单变量代入记号机\n\nLean 内核已检查：\n1. 运行状态只有 Nat 与 Nat 列表，见证项以固定 token 输入进入迭代；\n2. 任务栈精确跟踪量词下 source arity 1+d；\n3. 最后 bound variable 替换为完整闭见证 token，其余变量与结构头原样保留；\n4. term / term-list / formula 完整执行语义逐 token 等于 ((Rew.subst ![w]).qpow d)；\n5. step、bounded run、公开 transform 均 primitive recursive，规范公式前缀保留同一 suffix。\n\n最终端点公理画像仅\npropext / Classical.choice / Quot.sound；无 sorryAx。\nFoundationCompactNumericFormulaSubstitution.lean", fillcolor="#dff2e8", color="#2f6f57", penwidth=2.8];
    numericfixitr [label="Primitive-recursive formula-fixitr token machine\n原始递归变量捕获记号机\n\nLean 内核已检查：\n1. 运行状态只有 Nat 与 Nat 列表，任意 base arity n、capture count m 与量词深度 d 均覆盖；\n2. bound variable 保持不变；free i<m 精确变为 bound n+d+i；其余 free i 变为 free (i-m)；\n3. term / term-list / formula 完整执行语义逐 token 等于 ((Rew.fixitr n m).qpow d)；\n4. step、bounded run 与公开 transform 全部 primitive recursive；\n5. 规范公式前缀返回同一 typed fixitr 结果并保留同一 suffix。\n\n十个审计端点公理画像至多为\npropext / Classical.choice / Quot.sound；无 sorryAx、无项目公设。\nFoundationCompactNumericFormulaFixitr.lean", fillcolor="#dff2e8", color="#2f6f57", penwidth=2.8];
    numericsuccind [label="Primitive-recursive succInd(body) token construction\n原始递归后继归纳公式记号构造\n\nLean 内核已检查：\n1. 每个 shift / substitution / fixitr / negation 子变换必须完整消费输入公式，禁止忽略畸形尾部；\n2. 零、开放零、开放后继三类见证均为固定纯数值 token；\n3. 四条代入执行、三次否定、三个析取与两个全称量词均在同一 Option 失败语义中组合；\n4. 整个函数输入/输出只有 Nat 与 List Nat，且已证 primitive recursive；\n5. 任意规范 body 的最终结果逐 token 精确等于原定义 succInd(body)。\n\n关键端点公理画像仅\npropext / Classical.choice / Quot.sound；无 sorryAx、无项目公设。\nFoundationCompactNumericSuccIndSentence.lean", fillcolor="#dff2e8", color="#2f6f57", penwidth=2.8];
    numericfvsup [label="Primitive-recursive formula fvSup computation\n原始递归公式自由变量上确界计算\n\nLean 内核已检查：\n1. 复用同一数值语法任务栈，只在真正 term 位置识别 free-variable token；\n2. relation 标签、函数头、bound variable 与普通数字均不会误计；\n3. 单遍输出逐点等于 formula.fvarList，并保留同一未消费 suffix；\n4. listFvSup 的 max(index+1) fold 已独立证明 primitive recursive；\n5. 公开端点对任意规范公式精确返回 (formula.fvSup, suffix)。\n\n关键端点公理画像仅\npropext / Classical.choice / Quot.sound；无 sorryAx、无项目公设。\nFoundationCompactNumericFormulaFvSup.lean", fillcolor="#dff2e8", color="#2f6f57", penwidth=2.8];
    numericallclosure [label="Primitive-recursive iterated universal closure\n原始递归迭代全称闭包\n\nLean 内核已检查：\n1. 每一步真实前置一个 universal token 6，不把整段闭包当作单位成本；\n2. depth 次迭代的输入/输出只有 Nat 与 List Nat；\n3. step 与 nat-iterate 整体均已证明 primitive recursive；\n4. 对任意 arity=depth 的规范公式，结果逐 token 精确等于 ∀⁰* formula。\n\n边界：本节点本身不宣称按二进制 depth 多项式时间；\n必须由黄色节点先证明 depth <= candidate bit length。\n公理画像仅 Lean 标准公理；无 sorryAx、无项目公设。\nFoundationCompactNumericAllClosure.lean", fillcolor="#dff2e8", color="#2f6f57", penwidth=2.8];
    numerictokenbitlength [label="Primitive-recursive exact token bit length\n原始递归精确 token 位长\n\nLean 内核已检查：\n1. 每个 Nat token 用公开 binaryNatCode 重新编码；\n2. 任意 token 列表的总二进制位长函数已证 primitive recursive；\n3. 项与公式的规范 token 流重新编码后逐位等于原 binary code；\n4. 因而规范候选公式的 token 位长精确等于公开 formulaCode 位长。\n\n这关闭了把 token 数误当位长的坐标风险；\n公理画像仅 Lean 标准公理，无 sorryAx、无项目公设。\nFoundationCompactNumericTokenBitLength.lean", fillcolor="#dff2e8", color="#2f6f57", penwidth=2.8];
    numericguardedinduction [label="Primitive-recursive guarded induction comparator\n原始递归带守卫归纳句比较器\n\nLean 内核已检查：\n1. 先纯数值构造 succInd(body) 并精确计算 fvSup；\n2. 仅当 fvSup <= candidate formulaCode bit length 才执行 fixitr/allClosure；\n3. 生成句逐 token 等于标签 22 的真实 PA 归纳证书句；\n4. 对每个规范 body/candidate，布尔结果为 true iff 两个句子相等；\n5. 守卫拒绝分支由 typed guard completeness 排除漏接；\n6. 构造器、守卫及比较器均已证 primitive recursive。\n\n公理画像仅 propext / Classical.choice / Quot.sound；\n无隐藏长度参数、无 sorryAx、无项目公设。\nFoundationCompactNumericGuardedInductionSentence.lean", fillcolor="#dff2e8", color="#2f6f57", penwidth=2.8];
    numericfixedaxioms [label="Primitive-recursive fixed PA-axiom sentence table\n原始递归固定 PA 公理句表\n\nLean 内核已检查：\n1. 证书标签 0..21 的 22 个非归纳分支全覆盖；\n2. 20 个无参数公理直接返回规范句 token 常量；\n3. 函数外延按 4 个合法 (arity,code) 分派，关系外延按 2 个合法对分派；\n4. 输入/输出只有 Nat、Nat×Nat 和 List Nat，整个查表函数 primitive recursive；\n5. 每个规范固定证书逐 token 精确等于 certificate.sentence。\n\n五个审计端点公理画像仅\npropext / Classical.choice / Quot.sound；无 sorryAx。\nFoundationCompactNumericFixedPAAxiomSentence.lean", fillcolor="#dff2e8", color="#2f6f57", penwidth=2.8];
    numericallaxioms [label="Primitive-recursive all-23-tag PA-axiom comparator\n原始递归全部 23 标签 PA 公理比较器\n\nLean 内核已检查：\n1. 证书 parser 必须精确消费到空 suffix，禁止多余垃圾尾部；\n2. 标签 0..21 进入固定表，标签 22 进入带守卫归纳比较器；\n3. 非法函数/关系码、畸形归纳体和未知标签均拒绝；\n4. 任意证书 token 对规范候选句返回 true iff 存在真实 PA 公理证书，\n   输入恰为其完整 token 且 certificate.sentence = candidate；\n5. 完整比较器已证 primitive recursive。\n\n公理画像仅 propext / Classical.choice / Quot.sound；\n无 sorryAx、无项目公设。\nFoundationCompactNumericPAAxiomComparator.lean", fillcolor="#dff2e8", color="#2f6f57", penwidth=2.8];
    numericrules [label="10/10 primitive-recursive listed local rule checks\n十条列表证明局部规则纯数值检查全部闭合\n\nLean 内核已检查：\n1. closed / axm / verum / and / or / all / exs / wk / shift / cut 全覆盖；\n2. 每个输入只有公式 token、序列 token 列表及子节点布尔结果；\n3. free / substitution / negation / sequent shift 均调用真实纯数值变换；\n4. axm 调用同一个全部 23 标签比较器；\n5. 每条函数均 primitive recursive，规范字段上逐点等于\n   listedCertificateValidTrace 对应分支结果；\n6. 子有效性是任务栈返回值，不是外部证明假设。\n\n公理画像仅 propext / Classical.choice / Quot.sound；\n无 sorryAx、无项目公设。\nFoundationCompactNumericListedRuleChecks.lean", fillcolor="#dff2e8", color="#2f6f57", penwidth=2.8];
    numericnodefields [label="Primitive-recursive synchronized node-field parsers\n原始递归证明 / 证书节点字段解析器\n\nLean 内核已检查：\n1. proof 标签 0..9 按真实编码顺序解析父序列、主公式和见证项；\n2. 每个节点只消费立即字段，完整保留后续子证明 token；\n3. structural certificate 的 leaf/axiom/unary/binary 四形状全覆盖；\n4. axiom 节点精确截取完整 PA 公理证书 token；\n5. 两侧 dispatcher 均 primitive recursive；\n6. 对每个真实树/证书及任意 suffix，返回精确字段和同一子流。\n\n公理画像仅 propext / Classical.choice / Quot.sound；\n无 sorryAx、无项目公设。\nFoundationCompactNumericListedNodeFields.lean", fillcolor="#dff2e8", color="#2f6f57", penwidth=2.8];
    numericparser [label="Public local-check numeric graph\n公开局部检查纯数值图\n\nLean 内核已检查：\n1. 有限任务栈同步消费 proof/certificate 两条 token 流并核对节点形状；\n2. 子结论与子布尔结果自底向上送入十条真实局部合并器；\n3. 显式 fuel 覆盖完整规范树，形状错配、耗尽及畸形输入一律拒绝；\n4. 规范树结果逐点等于 listedCertificateValidTrace；\n5. 任意 packed code/formulaCode 上，新纯数值验证器与原公开验证器布尔值逐点相等。\n\n全部运行数据仅为 Nat / Bool / List；完整图已证 primitive recursive。\n定向探针与目标模块构建退出码 0；禁用项扫描为空；\n关键端点公理画像仅 propext / Classical.choice / Quot.sound。\nFoundationCompactNumericListedTaskMachine.lean\nFoundationCompactNumericListedPublicVerifier.lean", fillcolor="#dff2e8", color="#2f6f57", penwidth=2.8];
    localtableau [label="Local initial/step/final task-machine tableau\n任务机局部初态 / 单步 / 终态计算表\n\nLean 内核已检查：\n1. LocalTraceValid 要求行数精确 fuel+1；\n2. 第 0 行严格等于公开 initial state；\n3. 每个 i<fuel 的第 i+1 行严格等于 verifierStep(第 i 行)；\n4. 单步 transition relation、长度和初态关系均为 primitive recursive；\n5. canonical trace 满足局部表；任意合法局部表逐行等于 canonical trace；\n6. 因而 local validity iff canonical bounded run，\n   总局部谓词也是 primitive recursive。\n\n定向 Lean 探针退出码 0；相关端点公理画像仅\npropext / Classical.choice / Quot.sound；无 sorryAx。\nFoundationCompactNumericListedDirectTrace.lean", fillcolor="#dff2e8", color="#2f6f57", penwidth=2.8];
    packedstreamtrace [label="Packed payload + binary-Nat stream local traces\n打包载荷 + 二进制自然数流局部子轨迹\n\nLean 内核已检查：\n1. 见证记录 sentinel peel 后的真实 payload bits；\n2. BinaryNatStreamLocalTraceValid 检查精确行数、初态和每个 stream step；\n3. 规范流轨迹满足局部表，任意合法表恢复同一 bounded run；\n4. 最终状态输出严格等于目标 token list；\n5. 对任意 code/tokens：compactPackedTokenStream code = some tokens\n   iff exists trace, PackedTokenStreamDirectTraceValid；\n6. proof code 与 formula code 的两份子轨迹均已接入总 DirectTraceValid。\n\n新子模块目标构建和总见证探针退出码 0；\n关键端点公理画像仅 propext / Classical.choice / Quot.sound。\nFoundationCompactPackedTokenStreamDirectTrace.lean\nFoundationCompactNumericListedDirectTrace.lean", fillcolor="#dff2e8", color="#2f6f57", penwidth=2.8];
    parseroutertrace [label="Proof/certificate/formula parser outer local traces\n证明 / 证书 / 公式解析器外层局部轨迹\n\nLean 内核已检查：\n1. 三类 parser 共用同一 initial/step/final 局部计算表框架；\n2. 每份轨迹要求精确 fuel+1 行、真实初态及逐行真实 parserStep；\n3. 合法局部表 iff 同一 canonical bounded run；\n4. 对任意 tokens/suffix，三个公开 parser 返回 some suffix\n   iff 存在对应局部轨迹；\n5. proof、certificate、formula 三份轨迹均已接入总 DirectTraceValid；\n6. 三个局部有效性谓词及总公开见证保持 primitive recursive。\n\n新模块目标构建与总见证探针退出码 0；关键端点公理画像仅\npropext / Classical.choice / Quot.sound；无 sorryAx。\nFoundationCompactParserDirectTrace.lean\nFoundationCompactNumericListedDirectTrace.lean\n\n边界：各 parserStep 内部调用的原子字段 / 语法子过程，\n以及 certified parts / formula value 提取仍待继续展开。", fillcolor="#dff2e8", color="#2f6f57", penwidth=2.8];
    rootdispatchdecomp [label="Exact ten-tag root-field dispatch decomposition\n根节点字段十标签分派精确拆解\n\nLean 内核已检查：\n1. 输入空流与标签不在 0..9 时严格拒绝；\n2. 标签 0..9 分别选择真实 sequent-only、sequent+formula、\n   sequent+two-formula、closed-formula 或 formula+term 分支；\n3. root.1 必须严格等于所选公开标签；\n4. 分支 parser 必须精确返回 root.2，不存在替代结果；\n5. whole root parser = some root iff 十分支关系成立；\n6. 分支关系为 primitive recursive，已接入 certified-parts residual。\n\n目标构建、分解探针和总见证探针退出码 0；关键端点公理画像仅\npropext / Classical.choice / Quot.sound 或其子集；无 sorryAx。\nFoundationCompactNumericListedRootFieldsDecomposition.lean\nFoundationCompactNumericListedParseDecomposition.lean\n\n边界：所选分支内部的 sequent / formula / closed-formula / term\nvalue parser 仍以结果等式出现，下一步逐类打开。", fillcolor="#dff2e8", color="#2f6f57", penwidth=2.8];
-     sequentvaluetrace [label="Sequent-value repeat local tableau\n序列值重复解析局部计算表\n\nLean 内核已检查：\n1. 首 token 精确作为 formula count，空输入严格拒绝；\n2. 局部表行数精确 count+1，首行为 some([], tokenTail)；\n3. 每个后继行严格等于 compactFormulaTokenValuesStep(当前行)；\n4. 规范状态表满足局部关系，任意合法表逐行等于规范运行；\n5. 最终行严格等于 some(values,suffix)；\n6. sequent value parser = some(values,suffix) iff 存在该局部表；\n7. 局部表和公开 trace validity 均为 primitive recursive。\n\n单模块探针与目标构建退出码 0；全部端点公理画像仅\npropext / Classical.choice / Quot.sound；无 sorryAx。\nFoundationCompactSequentValueDirectTrace.lean\n\n边界：每个 compactFormulaTokenValuesStep 内部仍调用一次\nformula value parser；逐公式 parser 子轨迹尚待接入。", fillcolor="#dff2e8", color="#2f6f57", penwidth=2.8];
+     sequentvaluetrace [label="Sequent-value repeat + per-formula local traces\n序列值重复解析 + 逐公式局部轨迹\n\nLean 内核已检查：\n1. 首 token 精确作为 formula count，空输入严格拒绝；\n2. repeat 状态表行数精确 count+1，公式 parser 轨迹数精确 count；\n3. 第 i 份公式轨迹从第 i 行剩余 tokens 精确解析到第 i+1 行后缀；\n4. nextValues 严格等于 currentValues 追加真实 consumed prefix；\n5. 增强局部关系推出原 compactFormulaTokenValuesStep，不把它留作假设；\n6. 最终成功可逐行构造全部公式轨迹，反向恢复同一 repeat 结果；\n7. sequent value parser = some(values,suffix) iff 存在增强轨迹；\n8. 全部增强有效性谓词为 primitive recursive。\n\n单模块探针与目标构建退出码 0；全部端点公理画像仅\npropext / Classical.choice / Quot.sound；无 sorryAx。\nFoundationCompactSequentValueDirectTrace.lean\n\n边界：增强序列轨迹尚待按 root 标签与后续 formula / term /\nclosed-formula 轨迹组合为统一节点字段见证。", fillcolor="#dff2e8", color="#2f6f57", penwidth=2.8];
+     termclosedtrace [label="Term + closed-formula parser local traces\n项解析器 + 闭公式解析器局部轨迹\n\nLean 内核已检查：\n1. term parser 使用同一 compactSyntaxParserStep 与 term 初态；\n2. closed-formula parser 使用真实 compactClosedSyntaxParserStep；\n3. 两类轨迹均检查精确 fuel+1 行、初态、每个单步和最终 suffix；\n4. term parser = some suffix iff 存在 term local trace；\n5. closed-formula parser = some suffix iff 存在 closed local trace；\n6. 两类有效性谓词均为 primitive recursive。\n\n单模块探针与目标构建退出码 0；四个新端点公理画像仅\npropext / Classical.choice / Quot.sound；无 sorryAx。\nFoundationCompactParserDirectTrace.lean", fillcolor="#dff2e8", color="#2f6f57", penwidth=2.8];
    parseresultdecomp [label="Exact parse-result wrapper decomposition\n解析结果包装层精确拆解\n\nLean 内核已检查：\n1. certified-parts 成功 iff 同一 proof parser 结果、同一 certificate\n   parser 空后缀、精确 consumed prefix 和绿色 root branch relation；\n2. whole-formula value 成功 iff 同一 formula parser 空后缀，\n   且记录值严格等于原 formula token stream；\n3. 两个 residual relation 均为 primitive recursive；\n4. root-node 结果已成为总公开见证的显式字段；\n5. 两个整包装函数与 whole root parser 结果等式均已从\n   DirectTraceValid 删除；\n6. publicVerifier=true iff exists DirectTraceValid 保持逐点精确。\n\n目标构建及总见证探针退出码 0；关键端点公理画像仅\npropext / Classical.choice / Quot.sound 或其子集；无 sorryAx。\nFoundationCompactNumericListedParseDecomposition.lean\nFoundationCompactNumericListedDirectTrace.lean", fillcolor="#dff2e8", color="#2f6f57", penwidth=2.8];
    directtrace [label="Direct finite public-verifier trace semantics\n公开验证器直接有限运行轨迹语义\n\nLean 内核已检查：\n1. 公开见证记录 proof/formula token 流、三类 parser 局部轨迹、\n   显式 root-node、解析值和完整 task-machine 状态列表；\n2. 两个 packed 输入各携带 payload/token-stream 局部子轨迹；\n3. proof、certificate、formula 外层 parser 均携带绿色局部计算表；\n4. certified-parts / whole-formula 包装与 root 十标签总分派均已删除；\n5. 中央检查直接要求绿色 local task-machine tableau；\n6. 对任意 code/formulaCode：publicVerifier=true\n   iff exists trace, DirectTraceValid(code,formulaCode,trace)；\n7. DirectTraceValid 为 primitive recursive，且不调用 projection/rfind。\n\n定向 Lean 探针退出码 0；关键端点公理画像仅\npropext / Classical.choice / Quot.sound。\nFoundationCompactNumericListedDirectTrace.lean\n\n边界：root 各标签分支内部的 value parser 与 verifierStep 内部原子\n语法变换仍需展开；显式 Nat 序列化及多项式位长界未闭合。", fillcolor="#dff2e8", color="#2f6f57", penwidth=2.8];
    resemanticprobe [label="Generic RE/rfind representation audit\n通用递归可枚举 / 最小化搜索表示审计\n\nLean 内核已检查：\n1. P(bound,y) 精确表示存在载荷长度 <= bound 的接受码；\n2. witness relation primitive recursive，P 为 RE predicate；\n3. 固定 Nat.ArithPart1.Code 并保留 Code.eval 求值证明；\n4. 二变量 Sigma-one 公式与有限一致性句的标准模型语义精确；\n5. 二进制数词实例具有线性于输入位长的公式符号数界；\n6. 接受实例在 PA 中定性可证并有真实 Derivation2。\n\n定量审计结论：构造链实际经过\nREPred.projection -> Partrec.projection -> rfindOpt -> Code.rfind；\n其算术公式含“所有更小搜索阶段失败”的 bounded minimality。\n目前没有该前缀证明长度关于载荷位长的多项式界，\n故它只保留为语义审计，不作为 suitable numeration。\n目标构建通过；公理画像仅标准三项。\nFoundationCompactNumericListedProofPredicate.lean", fillcolor="#e9e3f5", color="#76639a", penwidth=2.6];
-     compactformula [label="【主终端当前：Explicitly coded direct CompactProof】\n显式编码的直接紧凑证明算术公式\n\n目标公式：\nP_direct(bound,y) := exists proofCode,\n  payloadLength(proofCode) <= bound and\n  exists trace, DirectVerifierTrace(proofCode,y,trace)。\n\n前置进展：绿色 packedstreamtrace + parseroutertrace +\nrootdispatchdecomp + sequentvaluetrace + parseresultdecomp +\nlocaltableau + directtrace 已关闭公开输入、外层循环、包装与中央运行。\n\n当前必须由 Lean 内核关闭：\n1. 给 sequent repeat 的每一步接入同一 formula parser 子轨迹，\n   再组合 root 各标签分支中的 formula / closed-formula / term value parser；\n2. 给全部状态、子轨迹和见证构造显式 Nat 编码，证明\n   编码位长与局部核验总量有固定多项式界；\n3. 直接手写二变量 Sigma-one 公式，禁止 projection/rfind；\n4. 标准模型语义逐点 iff 同一 P(bound,y)，\n   否定 falsum 实例精确等于同一有限一致性语义。\n\n当前第一义务：增强绿色 sequentvaluetrace，使每个局部 step\n携带公式 parser 运行表；外层 count 次迭代已经闭合。", fillcolor="#fff0c9", color="#b37a12", penwidth=2.8];
+     compactformula [label="【主终端当前：Explicitly coded direct CompactProof】\n显式编码的直接紧凑证明算术公式\n\n目标公式：\nP_direct(bound,y) := exists proofCode,\n  payloadLength(proofCode) <= bound and\n  exists trace, DirectVerifierTrace(proofCode,y,trace)。\n\n前置进展：绿色 packedstreamtrace + parseroutertrace +\nrootdispatchdecomp + sequentvaluetrace + termclosedtrace +\nparseresultdecomp + localtableau + directtrace 已关闭全部外层解析轨迹。\n\n当前必须由 Lean 内核关闭：\n1. 按 root 标签 0..9 组合增强 sequent 轨迹及后续\n   formula / term / closed-formula 轨迹，替换各 branch parser 结果等式；\n2. 给全部状态、子轨迹和见证构造显式 Nat 编码，证明\n   编码位长与局部核验总量有固定多项式界；\n3. 直接手写二变量 Sigma-one 公式，禁止 projection/rfind；\n4. 标准模型语义逐点 iff 同一 P(bound,y)，\n   否定 falsum 实例精确等于同一有限一致性语义。\n\n当前第一义务：构造统一 root-field branch trace，要求未使用的\n分支轨迹为空，并证明 whole branch result iff 存在该见证。", fillcolor="#fff0c9", color="#b37a12", penwidth=2.8];
    patrace [label="PA proof compiler for the direct trace formula\n直接轨迹公式的 PA 短证明编译器\n\n等待黄色 direct CompactProof 公式闭合后启动：\n给定 proofCode 与合法接受轨迹，构造同一公式实例的真实\nPA Derivation2，并证明公式生成、见证、逐步核验及拼接的\n完整证明载荷长度为输入位长的固定多项式。\n\n禁止逐实例调用 Sigma-one completeness / Classical.choice\n来声称任何长度结论。", fillcolor="#f3f3f3", color="#777777", style="rounded,filled,dashed"];
    suitable [label="suitable numeration（合适枚举）\nbit graph representability（位图可表示性）\npolynomial proof construction（多项式证明构造）", fillcolor="#f3f3f3", color="#777777", style="rounded,filled,dashed"];
    cond0 [label="Pudlak condition (0)（普德拉克条件 0）\nPA 内证明 proof-bound monotonicity（证明长度界单调性）\nP 的较紧/较松 cutoff 可在同一公式中转换", fillcolor="#f3f3f3", color="#777777", style="rounded,filled,dashed"];
    cond1 [label="Pudlak condition (1)（普德拉克条件 1）\nexternal short proof -> internal P(n, code(phi))\n外部短证明以多项式开销内部化为 P 实例", fillcolor="#f3f3f3", color="#777777", style="rounded,filled,dashed"];
    cond2 [label="Pudlak condition (2)（普德拉克条件 2）\nP(n,m) -> P(q1(n), code(P(n,m)))\n证明谓词实例自身的定量内部化", fillcolor="#f3f3f3", color="#777777", style="rounded,filled,dashed"];
    cond3 [label="Pudlak condition (3)（普德拉克条件 3）\nbounded modus ponens composition（有界肯定前件合成）\nP(n,phi) 与 P(n,phi->psi) -> P(q2(n),psi)", fillcolor="#f3f3f3", color="#777777", style="rounded,filled,dashed"];
    mpcompiler [label="Accepted-code bounded modus ponens compiler\n接受码有界肯定前件编译器（外部语义层已闭合）\n\n同一公开列表保持验证器：\naccept(codeImp, A->B) + accept(codeA, A)\n  -> exists codeB, accept(codeB, B)\n完整载荷界：\n|codeB| <= |codeImp| + |codeA| + 240 + 34*S(A,B)\n两份输入 proof tree + certificate 原样复用\n树级、证书级、规范码级及任意接受码端点均已通过\n无隐藏长度参数；无 sorryAx\nFoundationCompactCertifiedModusPonens.lean\n\n注意：这里只关闭外部码合成；\nPA 内部 condition (3) 仍须由 arithmetic trace 内化。", fillcolor="#dff2e8", color="#2f6f57", penwidth=2.8];
    conjcompiler [label="Accepted-code bounded conjunction compiler\n接受码有界合取编译器（外部语义层已闭合）\n\naccept(codeA,A) + accept(codeB,B)\n  -> exists codeAnd, accept(codeAnd,A and B)\n完整载荷界：\n|codeAnd| <= |codeA| + |codeB| + 144 + 11*S(A,B)\n两棵输入树与两份完整证书原样复用\n任意接受码端点及 axiom profile 已通过\n无 sorryAx\nFoundationCompactCertifiedConjunction.lean\n\n注意：固定重言式与原文拼接步骤 (i)-(v)\n以及 PA 内部化仍未闭合。", fillcolor="#dff2e8", color="#2f6f57", penwidth=2.8];
    qdiagonal [label="Quantitative parameterized diagonalization\n定量参数化对角化（同一完整载荷坐标已闭合）\nFoundation parameterized_diagonal₁：固定 P 的全称证明为常数\n真实 Derivation2 实例化：cut + wk + exs + closed\n显式结构证书：binary(unary(baseCert), unary(leaf))\n公开列表保持验证器接受完整 proof+certificate 打包码\n短二进制数码项：2*previous+bit\n码长 O(Nat.size m)，标准模型值严格为 m\n最终完整载荷界：baseProof+baseCert+192\n + 2048*(formulaConstant+stepConstant*|m|+1)^3\n同一公式实例的精确最短载荷也不超过该界\n具体 CompactProof 谓词仍由灰色算术化节点提供\nFoundationCompactDerivationSpecialization.lean\nFoundationCompactCertifiedDerivationSpecialization.lean\nFoundationCompactBinaryNumeralTerm.lean\nFoundationCompactParameterizedDiagonalSpecialization.lean\n端点无 sorryAx", fillcolor="#dff2e8", color="#2f6f57", penwidth=2.8];
    proofassembly [label="Bounded proof-calculus assembly (i)-(v)\n有界证明演算拼接（原文步骤 i-v）\n固定命题重言式 + (0)-(3) + MP/conjunction composition\n逐步得到 not P(q5(m), bottom) -> D(m)\n每次拼接与公式实例化均须显式多项式长度", fillcolor="#f3f3f3", color="#777777", style="rounded,filled,dashed"];
    paconsistency [label="PA consistency in the standard model\nPA 在标准模型中的一致性\naccepted falsum proof -> real Derivation2 -> contradiction\n项目已有 noListedCertifiedPAProofOfFalsum；无 sorryAx", fillcolor="#dff2e8", color="#2f6f57", penwidth=2.4];
    exponentextract [label="Consistency contradiction + exponent extraction\n一致性反证 + 指数提取\n短 D(m) 证明与一致性冲突\nq5(m) 的多项式重标定 -> 存在 epsilon > 0\n推出 Con_A(n) 无 n^epsilon 长度证明", fillcolor="#f3f3f3", color="#777777", style="rounded,filled,dashed"];
    diagonal [label="Pudlak 1986 Theorem 3.1\n普德拉克 1986 定理 3.1\ndiagonal proof-length lower bound\n对角证明长度下界", fillcolor="#f3f3f3", color="#777777", style="rounded,filled,dashed", penwidth=2.0];
    internalnote [shape=note, label="关键注释：外部运行时间界不能自动变成 PA 内部短证明。\n必须构造 accepted computation trace（接受计算轨迹），\n并在同一算术编码中逐步验证。", fillcolor="#e8f1f8", color="#4e7892"];

    predicate -> resemanticprobe [label="exact standard-model relation\n精确标准模型关系"];
    minmeasure -> resemanticprobe [label="same honest payload length\n同一诚实载荷长度"];
    canonicalnormalize -> resemanticprobe [style=dotted, label="normalization audit only\n仅作规范化审计"];
    predicate -> listedconmeta [label="same accepted-code relation\n同一接受码关系"];
    minmeasure -> listedconmeta [label="same payload coordinate\n同一载荷坐标"];
    listedconmeta -> resemanticprobe [label="generic semantic representation\n通用定性语义表示"];
    canonicalnormalize -> listedconmeta [label="pointwise same-cutoff equivalence\n逐点同截断值等价"];
    polytime -> arithinput [label="same packed inputs and bit-cost coordinate\n同一打包输入与位成本坐标"];
    arithinput -> tokenstream [label="primitive-recursive payload and Nat-prefix base\n原始递归载荷与自然数前缀基础"];
    tokenstream -> bitsync [label="exact arbitrary-input stream semantics\n任意输入流精确语义"];
    tokenstream -> syntaxparser [label="bounded exact tokenization\n有界精确记号化"];
    bitsync -> syntaxbitsync [label="exact bit suffix invariant\n精确位后缀不变量"];
    syntaxparser -> syntaxbitsync [label="same term/formula token grammar\n同一项/公式 token 文法"];
    syntaxparser -> syntaxinversion [label="backward typed realization invariant\n反向类型化实现不变量"];
    syntaxinversion -> numericvalues [label="arbitrary syntax success is canonical\n任意语法成功均为真实规范前缀"];
    syntaxinversion -> closedformula [label="typed prefix recovery + no-fvar invariant\n类型化前缀恢复 + 无自由变量不变量"];
    closedformula -> proofparser [label="axm sentence task\n公理叶闭句任务"];
    syntaxparser -> proofparser [label="checked syntax-task machine\n已检查语法任务机"];
    syntaxparser -> certparser [label="induction-body formula parser\n归纳公理体公式解析"];
    syntaxinversion -> proofinversion [label="term / formula arbitrary inversion\n项 / 公式任意反演"];
    proofparser -> proofinversion [label="ten-rule numeric state machine\n十规则纯数值状态机"];
    closedformula -> proofinversion [label="real sentence recovery\n真实闭句恢复"];
    proofinversion -> numericnodefields [label="arbitrary proof success is canonical\n任意证明成功均为真实规范前缀"];
    syntaxinversion -> certinversion [label="induction-formula arbitrary inversion\n归纳公式任意反演"];
    certparser -> certinversion [label="23+4 certificate numeric machines\n23+4 类证书纯数值机"];
    certinversion -> numericnodefields [label="arbitrary certificate success is canonical\n任意证书成功均为真实规范前缀"];
    syntaxbitsync -> numericparser [label="term/formula typed-bit equivalence closed\n项/公式类型化位级等价已闭合"];
    bitsync -> proofbitsync [label="same exact bit suffix\n同一精确位后缀"];
    syntaxbitsync -> proofbitsync [label="typed sequent/term/formula components\n类型化序列/项/公式部件"];
    proofparser -> proofbitsync [label="same ten-rule token grammar\n同一十规则 token 文法"];
    bitsync -> certbitsync [label="same exact bit suffix\n同一精确位后缀"];
    syntaxbitsync -> certbitsync [label="induction-body formula synchronization\n归纳公式体同步"];
    certparser -> certbitsync [label="same 23+4 token grammar\n同一 23+4 类 token 文法"];
    proofbitsync -> numericparser [label="typed proof bit equivalence closed\n证明树类型化位级等价已闭合"];
    certbitsync -> numericparser [label="typed certificate bit equivalence closed\n证书类型化位级等价已闭合"];
    arithinput -> packedtokensync [label="same sentinel-packed inputs\n同一哨兵位打包输入"];
    tokenstream -> packedtokensync [label="primitive-recursive full tokenization\n原始递归完整 token 化"];
    proofbitsync -> packedtokensync [label="proof segment equivalence\n证明段等价"];
    certbitsync -> packedtokensync [label="certificate segment equivalence\n证书段等价"];
    packedtokensync -> numericvalues [label="same public token streams\n同一公开 token 流"];
    numericvalues -> numericchecks [label="exact numeric syntax values\n精确数值语法值"];
    numericvalues -> numericnodefields [label="sequent / formula / term immediate fields\n序列 / 公式 / 项立即字段"];
    numericchecks -> numericrules [label="same local list decisions\n同一局部列表判定"];
    numericvalues -> numericconstructors [label="canonical token values\n规范 token 值"];
    numericconstructors -> numericrules [label="six direct formula constructors\n六种直接公式构造"];
    numericvalues -> numericnegation [label="same parser task semantics\n同一解析任务语义"];
    numericnegation -> numericrules [label="exact De Morgan token transform\n精确 De Morgan 记号变换"];
    numericvalues -> numericshift [label="same parser task semantics\n同一解析任务语义"];
    numericshift -> numericrules [label="exact free-index successor transform\n精确自由变量后继变换"];
    numericvalues -> numericfree [label="same parser task and binder arity\n同一解析任务与绑定元数"];
    numericfree -> numericrules [label="exact arity-lowering free transform\n精确降元自由化变换"];
    numericvalues -> numericsubstitution [label="same parser task and witness tokens\n同一解析任务与见证记号"];
    numericsubstitution -> numericrules [label="exact qpow substitution transform\n精确量词下代入变换"];
    numericvalues -> numericfixitr [label="same parser task and binder arity\n同一解析任务与绑定元数"];
    numericfixitr -> numericparser [label="exact qpow fixitr transform\n精确量词下变量捕获变换"];
    numericconstructors -> numericsuccind [label="or / all token constructors\n析取 / 全称量词记号构造"];
    numericnegation -> numericsuccind [label="three exact negations\n三次精确否定"];
    numericshift -> numericsuccind [label="open-substitution namespace shift\n开放代入命名空间移位"];
    numericsubstitution -> numericsuccind [label="four exact substitution executions\n四条精确代入执行"];
    numericfixitr -> numericsuccind [label="capture open witnesses\n捕获开放见证"];
    numericsuccind -> numericguardedinduction [label="exact succInd(body) tokens\n精确后继归纳公式记号"];
    numericvalues -> numericfvsup [label="same checked syntax-task stack\n同一已检查语法任务栈"];
    numericsuccind -> numericfvsup [label="compute closure depth of succInd(body)\n计算归纳公式闭包深度"];
    numericfvsup -> numericguardedinduction [label="exact formula.fvSup value\n精确公式自由变量上确界"];
    numericfixitr -> numericallclosure [label="capture depth free variables first\n先捕获 depth 个自由变量"];
    numericfvsup -> numericallclosure [label="same exact closure depth\n同一精确闭包深度"];
    numericallclosure -> numericguardedinduction [label="guarded exact all-closure tokens\n带守卫精确全称闭包记号"];
    numericvalues -> numerictokenbitlength [label="candidate canonical token stream\n候选公式规范记号流"];
    numerictokenbitlength -> numericguardedinduction [label="actual candidate formulaCode bit length\n候选公式码真实位长"];
    numericfixitr -> numericguardedinduction [label="capture only after guard\n仅在守卫通过后捕获变量"];
    certbitsync -> numericguardedinduction [label="tag 22 induction body\n标签 22 归纳公式体"];
    numericguardedinduction -> numericallaxioms [label="guarded tag 22 exact result\n带守卫标签 22 精确结果"];
    certbitsync -> numericfixedaxioms [label="same PA-certificate tags and parameters\n同一 PA 证书标签与参数"];
    numericfixedaxioms -> numericallaxioms [label="tags 0..21 exact sentence tokens\n标签 0..21 精确公理句记号"];
    certinversion -> numericallaxioms [label="exact arbitrary certificate-token inversion\n任意证书记号精确反演"];
    numericallaxioms -> numericrules [label="axm branch comparator\n公理叶比较器"];
    numericrules -> numericparser [label="all ten local Boolean combiners closed\n十条局部布尔合并器全部闭合"];
    numericnodefields -> numericparser [label="exact child-stream scheduling inputs\n精确子流调度输入"];
    numericparser -> resemanticprobe [label="exact semantics audit\n精确语义审计"];
    numericparser -> localtableau [label="same bounded verifierStep\n同一有界验证器单步"];
    tokenstream -> packedstreamtrace [label="same bounded binary-Nat stream machine\n同一有界二进制自然数流机器"];
    arithinput -> packedstreamtrace [label="same sentinel payload peel\n同一哨兵位载荷剥离"];
    proofparser -> parseroutertrace [label="same proof parserStep\n同一证明解析单步"];
    certparser -> parseroutertrace [label="same certificate parserStep\n同一证书解析单步"];
    syntaxparser -> parseroutertrace [label="same formula parserStep\n同一公式解析单步"];
    parseroutertrace -> parseresultdecomp [label="exact parser outputs\n解析输出精确结果"];
    numericvalues -> parseresultdecomp [label="exact consumed token prefix\n精确已消费 token 前缀"];
    numericnodefields -> rootdispatchdecomp [label="same ten public root tags\n同一十个公开根标签"];
    rootdispatchdecomp -> parseresultdecomp [label="explicit branch-selected root result\n显式分支选择根结果"];
    numericvalues -> sequentvaluetrace [label="same counted formula-value repeat\n同一按数目公式值重复解析"];
-     syntaxparser -> sequentvaluetrace [style=dotted, label="inner formula parser call remains to trace\n内部公式解析调用仍待子轨迹"];
+     syntaxparser -> sequentvaluetrace [label="one exact formula local trace per repeat step\n每个重复单步一份精确公式局部轨迹"];
+     syntaxparser -> termclosedtrace [label="same term parser state machine\n同一项解析状态机"];
+     closedformula -> termclosedtrace [label="same closed-formula parser state machine\n同一闭公式解析状态机"];
    localtableau -> directtrace [label="public witness uses local validity\n公开见证使用局部有效性"];
    packedstreamtrace -> directtrace [label="two public input subtraces\n两份公开输入子轨迹"];
    parseroutertrace -> directtrace [label="three parser local subtraces\n三份解析器局部子轨迹"];
    parseresultdecomp -> directtrace [label="wrapper-free explicit parse data\n无包装黑箱的显式解析数据"];
    predicate -> directtrace [label="exact accepted-code equivalence\n接受码关系精确等价"];
    directtrace -> compactformula [label="open nested atomic calls and add explicit coding\n打开嵌套原子调用并显式编码"];
-     sequentvaluetrace -> compactformula [label="compose per-formula subtraces into root branches\n逐公式子轨迹组合进根分支"];
+     sequentvaluetrace -> compactformula [label="compose checked sequent trace into root branches\n已检查序列轨迹组合进根分支"];
+     termclosedtrace -> compactformula [label="compose term/closed traces into root branches\n项与闭公式轨迹组合进根分支"];
    predicate -> compactformula [label="same accepted-code target\n同一接受码目标"];
    minmeasure -> compactformula [label="same honest payload cutoff\n同一诚实载荷截断"];
    listedconmeta -> compactformula [label="same finite-consistency target\n同一有限一致性目标"];
    resemanticprobe -> compactformula [style=dotted, arrowhead=none, constraint=false, label="semantic specification only; rfind program is not reused\n只保留语义规格；不复用最小化程序"];
    compactformula -> patrace [label="fixed formula and binary numerals\n固定公式与二进制数词"];
    internalnote -> patrace [style=dotted, arrowhead=none, constraint=false];
    patrace -> suitable;
    suitable -> cond0;
    suitable -> cond1;
    suitable -> cond2;
    suitable -> cond3;
    predicate -> mpcompiler [label="same public verifier\n同一公开验证器"];
    canonicalnormalize -> mpcompiler [label="decoded payload never grows\n解码规范化不增长"];
    mpcompiler -> cond3 [style=dotted, label="external compiler closed; PA internal proof remains\n外部编译已闭合；仍需 PA 内部短证明"];
    predicate -> conjcompiler [label="same public verifier\n同一公开验证器"];
    canonicalnormalize -> conjcompiler [label="decoded payload never grows\n解码规范化不增长"];
    conjcompiler -> proofassembly [style=dotted, label="external conjunction primitive closed\n外部合取原语已闭合"];
    compactformula -> qdiagonal [style=dotted, arrowhead=none, constraint=false, label="later instantiate the closed generic compiler at concrete P\n后续把已闭合通用编译器实例化到具体 P"];
    suitable -> qdiagonal [style=dotted, arrowhead=none, constraint=false, label="concrete P conditions belong to later assembly\n具体 P 条件属于后续拼接"];
    transformcode -> qdiagonal [label="formula-instance size bound already checked\n公式实例大小界已检查"];
    cond0 -> proofassembly;
    cond1 -> proofassembly;
    cond2 -> proofassembly;
    cond3 -> proofassembly;
    qdiagonal -> proofassembly;
    proofassembly -> exponentextract;
    paconsistency -> exponentextract;
    exponentextract -> diagonal;
  }

  subgraph cluster_buss {
    label="H. Buss-Pudlak lower bound（布斯-普德拉克下界）";
    color="#9a9a9a";
    style="rounded,dashed";

    family [label="F_n = Con_T((f(n))^c)\n有限一致性公式族\nsame T / proof system / symbol length\n同一理论 / 证明系统 / 符号长度", fillcolor="#f3f3f3", color="#777777", style="rounded,filled,dashed"];
    rescale [label="Buss 1994 Theorem 5\n布斯 1994 第 5 定理\ntime-constructible rescaling\n时间可构造重标定", fillcolor="#f3f3f3", color="#777777", style="rounded,filled,dashed", penwidth=2.0];
    lower [label="minProofLength(F_n) > U(n) eventually\n最短证明长度最终大于 U(n)\nsuper-polynomial lower bound（超多项式下界）", fillcolor="#e9e3f5", color="#76639a", style="rounded,filled,dashed", penwidth=2.0];
    lowernote [shape=note, label="关键注释：文献下界只能用于原文满足条件的\nformula family（公式族）、proof system（证明系统）\n和 symbol length（符号长度）；名字相似不能替代对象恒等。", fillcolor="#e8f1f8", color="#4e7892"];

    compactformula -> family [label="same CompactProof predicate\n同一紧凑证明谓词"];
    minmeasure -> family [label="exact minimum length coordinate\n精确最短长度坐标"];
    diagonal -> rescale [label="power lower-bound seed\n幂下界种子"];
    family -> rescale;
    rescale -> lower [label="explicit time-constructible f\n显式时间可构造函数 f"];
    lowernote -> rescale [style=dotted, arrowhead=none, constraint=false];
  }

  subgraph cluster_collision {
    label="I. Same-object upper bound and collision（同对象上界与碰撞）";
    color="#9a9a9a";
    style="rounded,dashed";

    sondowcert [label="Sondow checked certificates\n索多已检查证书\nassume gamma rational（假设欧拉常数有理）\n本节点只表示证书已检查，不等于同对象上界已完成", fillcolor="#dff2e8", color="#3f7c66"];
    samecompiler [label="Sondow same-object compiler\n索多同对象编译器\ncertificate -> real proof of the same F_n\n证书 -> 同一 F_n 的真实证明", fillcolor="#f3f3f3", color="#777777", style="rounded,filled,dashed"];
    upper [label="minProofLength(F_n) <= U(n)\n最短证明长度不超过多项式 U(n)\npolynomial upper bound（多项式上界）\n等待 same-object compiler（同对象编译器）", fillcolor="#f3f3f3", color="#777777", style="rounded,filled,dashed"];
    collision [label="U(N) < minProofLength(F_N) <= U(N)\n同一 N、同一公式、同一检查器、同一长度的矛盾\ncollision theorem（碰撞定理）", fillcolor="#f8d9d6", color="#a8443d", style="rounded,filled,dashed", penwidth=2.5];
    final [label="not is_rational euler_mascheroni\n欧拉-马歇罗尼常数非有理\n仅在全部上游根定理闭合后成立", fillcolor="#f8d9d6", color="#a8443d", style="rounded,filled,dashed", penwidth=2.5];
    samenote [shape=note, label="关键注释：碰撞必须是同一 N、同一 F_N、\n同一 checker（检查器）和同一 length measure（长度度量）。\n只证明两个抽象接口各自存在不能形成碰撞。", fillcolor="#e8f1f8", color="#4e7892"];

    sondowcert -> samecompiler;
    family -> samecompiler [label="formula identity\n公式恒等"];
    predicate -> samecompiler [label="same checker/length\n同一检查器/长度"];
    minmeasure -> samecompiler [label="same minimum payload measure\n同一最短载荷度量"];
    samecompiler -> upper [label="canonical accepted proof code\n规范且被接受的证明码"];
    upper -> collision [label="same F_N / same length\n同一 F_N / 同一长度"];
    lower -> collision [label="same F_N / same length\n同一 F_N / 同一长度"];
    samenote -> collision [style=dotted, arrowhead=none, constraint=false];
    collision -> final;
  }

  subgraph cluster_audit {
    label="J. Submission-grade audit gates（投稿级审计门）";
    color="#76639a";
    style="rounded";

    axioms [label="#print axioms audit（公理画像审计）\n已完成节点仅依赖：\npropext（命题外延）\nClassical.choice（经典选择）\nQuot.sound（商类型可靠性）", fillcolor="#e9e3f5", color="#76639a"];
    forbidden [label="Forbidden project assumptions（禁止项目级假设）\nno tail_gap（无尾部间隙参数）\nno upper_provider（无上界提供者参数）\nno project proof_length（无项目证明长度公设）\nno sorryAx（无未完成证明公设）", fillcolor="#e9e3f5", color="#76639a"];
    gate [label="Final dependency audit（最终依赖审计）\nsame formula / parameter / checker / measure\n同一公式 / 参数 / 检查器 / 度量", fillcolor="#e9e3f5", color="#76639a", penwidth=2.0];

    totalcanonical -> axioms [style=dotted];
    publiciff -> axioms [style=dotted];
    completeness -> axioms [style=dotted];
    nattrace -> axioms [style=dotted];
    polytime -> forbidden [style=dashed];
    diagonal -> forbidden [style=dashed];
    samecompiler -> forbidden [style=dashed];
    lower -> gate;
    upper -> gate;
    axioms -> gate;
    forbidden -> gate;
    gate -> collision [style=dashed, label="audit pass\n审计通过"];
  }

  subgraph cluster_rejected_routes {
    label="K. Rejected historical routes（经审计弃用的历史路线；不通向主结论）";
    color="#a8443d";
    style="rounded,dashed";

    rawgodel [label="Nat.size(rawProofCode) lower bound\n原始哥德尔证明码位长下界\nunary-numeral encoding artifact（一元数词编码伪影）", fillcolor="#f8d9d6", color="#a8443d", style="rounded,filled,dashed"];
    postfixraw [label="Postfix checker rebuilding rawCode\n重建 rawCode 的后缀检查器\nprimitive recursive != polynomial time\n原始递归不等于多项式时间", fillcolor="#f8d9d6", color="#a8443d", style="rounded,filled,dashed"];
    abstractgap [label="tail_gap / computable_gap input\n尾部间隙 / 可计算间隙输入\nassumes the lower bound（预设下界）", fillcolor="#f8d9d6", color="#a8443d", style="rounded,filled,dashed"];
    abstractupper [label="upper_provider input\n上界提供者输入\nassumes the Sondow bridge（预设索多桥）", fillcolor="#f8d9d6", color="#a8443d", style="rounded,filled,dashed"];
    unsimulated [label="Unproved Hilbert-system simulation\n未证明的 Hilbert 系统模拟\nwrong/uncalibrated proof measure\n错误或未校准的证明度量", fillcolor="#f8d9d6", color="#a8443d", style="rounded,filled,dashed"];
    graft [label="strengthened_to_partial / transfer_to_graft\n加强到部分 / 嫁接转移接口\ninterface packaging without source theorem\n只有接口包装、没有源定理", fillcolor="#f8d9d6", color="#a8443d", style="rounded,filled,dashed"];
    rejectednote [shape=note, label="弃用判据：编码伪影、循环输入、对象错位，\n或只给接口而没有根定理。\n本区域没有任何边连接最终碰撞定理。", fillcolor="#fff1f0", color="#a8443d"];

    rawgodel -> postfixraw [style=dotted, color="#a8443d"];
    abstractgap -> graft [style=dotted, color="#a8443d"];
    abstractupper -> graft [style=dotted, color="#a8443d"];
    unsimulated -> graft [style=dotted, color="#a8443d"];
    rejectednote -> graft [style=dotted, arrowhead=none, color="#a8443d"];
  }
}
